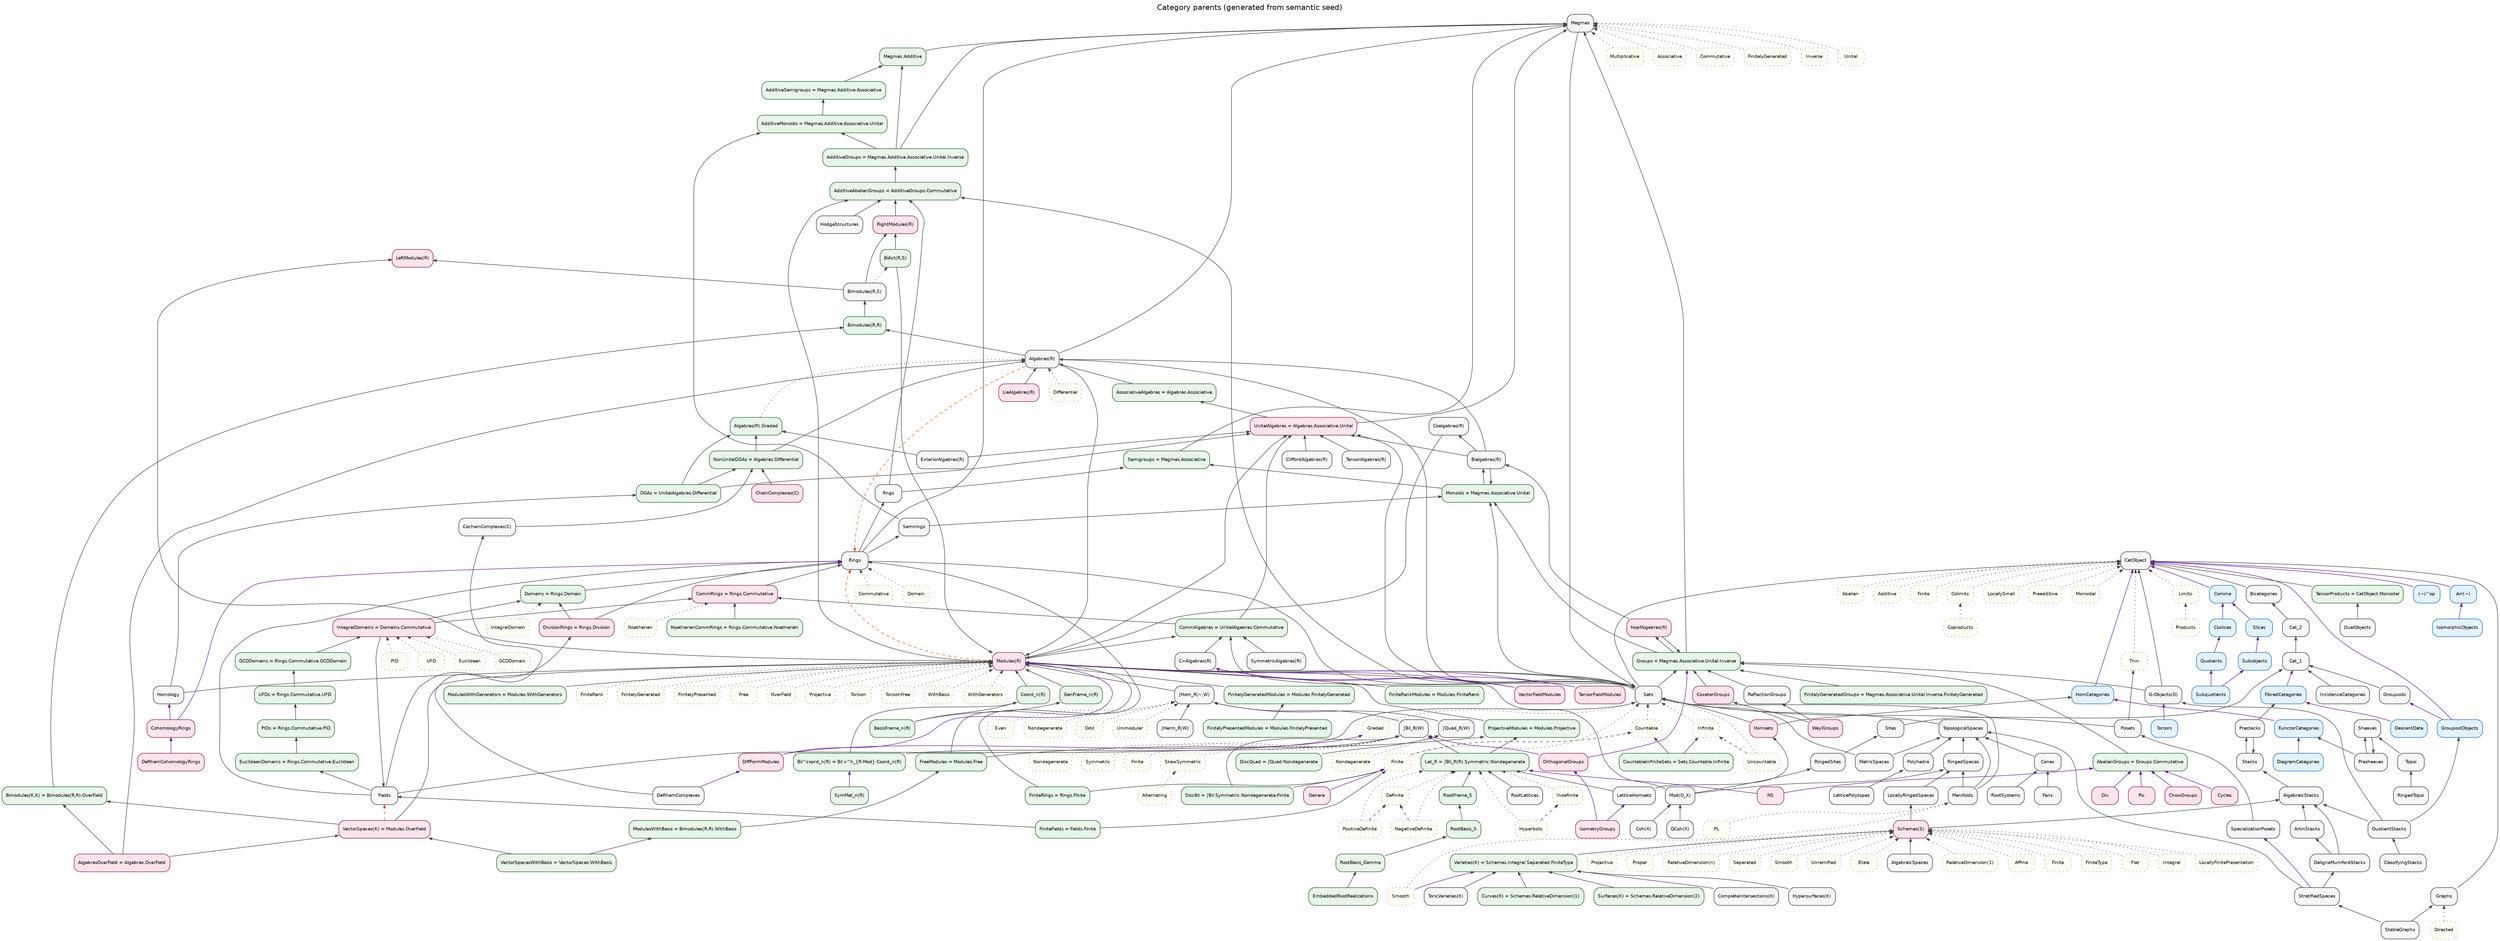
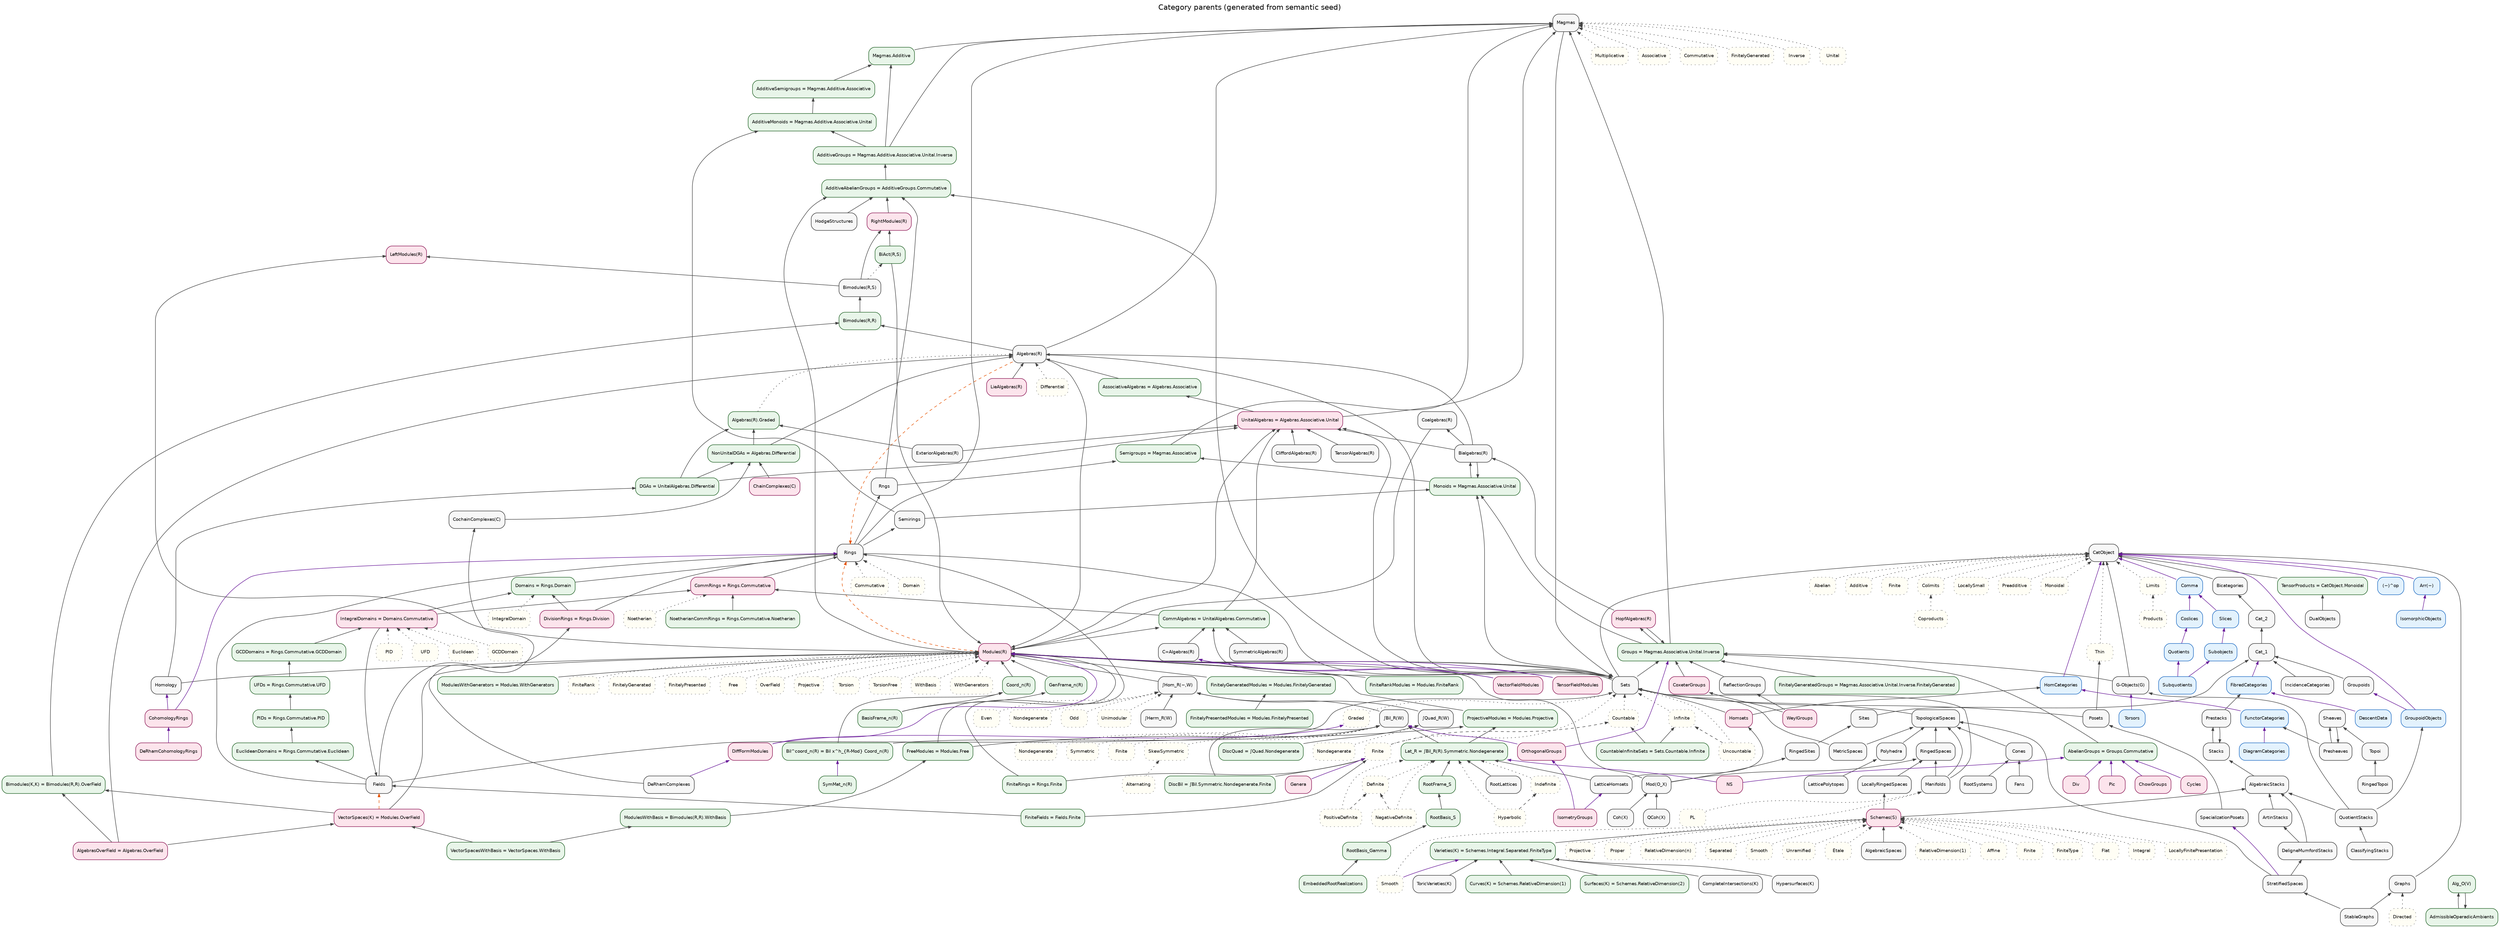
// GENERATED from semantic_seed/ — semantic presentation view.
// Authoritative: design/normalized_category_graph/semantic_seed/
// Factory/viz layout: category_parent_graph.dot (hand; see .hand.dot)

digraph CategoryParents {
  graph [
    rankdir=BT
    labelloc=t
    label="Category parents (generated from semantic seed)"
    fontsize=15
    fontname="Helvetica"
    nodesep=0.28
    ranksep=0.45
    splines=true
  ];
  node [
    shape=box
    style="rounded,filled"
    fontname="Helvetica"
    fontsize=9
    fillcolor="#f7f7f7"
    color="#333333"
  ];
  edge [color="#444444", arrowsize=0.65];

  // --- category_family ---
  AlgebraicSpaces [style="rounded,filled", fillcolor="#f7f7f7", color="#333333", id="cat.algebraicspaces", kind="category_family"];
  AlgebraicStacks [style="rounded,filled", fillcolor="#f7f7f7", color="#333333", id="cat.algebraicstacks", kind="category_family"];
  "Algebras(R)" [style="rounded,filled", fillcolor="#f7f7f7", color="#333333", id="cat.algebras_r", kind="category_family"];
  ArtinStacks [style="rounded,filled", fillcolor="#f7f7f7", color="#333333", id="cat.artinstacks", kind="category_family"];
  "Bialgebras(R)" [style="rounded,filled", fillcolor="#f7f7f7", color="#333333", id="cat.bialgebras_r", kind="category_family"];
  Bicategories [style="rounded,filled", fillcolor="#f7f7f7", color="#333333", id="cat.bicategories", kind="category_family"];
  "Bimodules(R,S)" [style="rounded,filled", fillcolor="#f7f7f7", color="#333333", id="cat.bimodules_r_s", kind="category_family"];
  CatObject [style="rounded,filled", fillcolor="#f7f7f7", color="#333333", id="cat.cat_object", kind="category_family"];
  Cat_1 [style="rounded,filled", fillcolor="#f7f7f7", color="#333333", id="cat.cat_1", kind="category_family"];
  Cat_2 [style="rounded,filled", fillcolor="#f7f7f7", color="#333333", id="cat.cat_2", kind="category_family"];
  "ChainComplexes(C)" [style="rounded,filled", fillcolor="#f7f7f7", color="#333333", id="cat.chaincomplexes", kind="category_family"];
  ClassifyingStacks [style="rounded,filled", fillcolor="#f7f7f7", color="#333333", id="cat.classifyingstacks", kind="category_family"];
  "CliffordAlgebras(R)" [style="rounded,filled", fillcolor="#f7f7f7", color="#333333", id="cat.cliffordalgebras", kind="category_family"];
  "Coalgebras(R)" [style="rounded,filled", fillcolor="#f7f7f7", color="#333333", id="cat.coalgebras_r", kind="category_family"];
  "CochainComplexes(C)" [style="rounded,filled", fillcolor="#f7f7f7", color="#333333", id="cat.cochaincomplexes", kind="category_family"];
  "Coh(X)" [style="rounded,filled", fillcolor="#f7f7f7", color="#333333", id="cat.coh", kind="category_family"];
  "CompleteIntersections(K)" [style="rounded,filled", fillcolor="#f7f7f7", color="#333333", id="cat.completeintersections", kind="category_family"];
  Cones [style="rounded,filled", fillcolor="#f7f7f7", color="#333333", id="cat.cones", kind="category_family"];
  CoxeterGroups [style="rounded,filled", fillcolor="#f7f7f7", color="#333333", id="cat.coxeter_groups", kind="category_family"];
  "C∞Algebras(R)" [style="rounded,filled", fillcolor="#f7f7f7", color="#333333", id="cat.cinftyalgebras", kind="category_family"];
  DeRhamComplexes [style="rounded,filled", fillcolor="#f7f7f7", color="#333333", id="cat.derhamcomplexes", kind="category_family"];
  DeligneMumfordStacks [style="rounded,filled", fillcolor="#f7f7f7", color="#333333", id="cat.delignemumfordstacks", kind="category_family"];
  DualObjects [style="rounded,filled", fillcolor="#f7f7f7", color="#333333", id="cat.dualobjects", kind="category_family"];
  "ExteriorAlgebras(R)" [style="rounded,filled", fillcolor="#f7f7f7", color="#333333", id="cat.exterioralgebras", kind="category_family"];
  Fans [style="rounded,filled", fillcolor="#f7f7f7", color="#333333", id="cat.fans", kind="category_family"];
  Fields [style="rounded,filled", fillcolor="#f7f7f7", color="#333333", id="cat.fields", kind="category_family"];
  "G-Objects(G)" [style="rounded,filled", fillcolor="#f7f7f7", color="#333333", id="cat.g_objects", kind="category_family"];
  Graphs [style="rounded,filled", fillcolor="#f7f7f7", color="#333333", id="cat.graphs", kind="category_family"];
  Groupoids [style="rounded,filled", fillcolor="#f7f7f7", color="#333333", id="cat.groupoids", kind="category_family"];
  HodgeStructures [style="rounded,filled", fillcolor="#f7f7f7", color="#333333", id="cat.hodgestructures", kind="category_family"];
  Homology [style="rounded,filled", fillcolor="#f7f7f7", color="#333333", id="cat.homology", kind="category_family"];
  Homsets [style="rounded,filled", fillcolor="#f7f7f7", color="#333333", id="cat.homsets", kind="category_family"];
  "HopfAlgebras(R)" [style="rounded,filled", fillcolor="#f7f7f7", color="#333333", id="cat.hopf_algebras_r", kind="category_family"];
  "Hypersurfaces(K)" [style="rounded,filled", fillcolor="#f7f7f7", color="#333333", id="cat.hypersurfaces", kind="category_family"];
  IncidenceCategories [style="rounded,filled", fillcolor="#f7f7f7", color="#333333", id="cat.incidencecategories", kind="category_family"];
  LatticeHomsets [style="rounded,filled", fillcolor="#f7f7f7", color="#333333", id="cat.latticehomsets", kind="category_family"];
  LatticePolytopes [style="rounded,filled", fillcolor="#f7f7f7", color="#333333", id="cat.latticepolytopes", kind="category_family"];
  "LieAlgebras(R)" [style="rounded,filled", fillcolor="#f7f7f7", color="#333333", id="cat.lie_algebras_r", kind="category_family"];
  LocallyRingedSpaces [style="rounded,filled", fillcolor="#f7f7f7", color="#333333", id="cat.locallyringedspaces", kind="category_family"];
  Magmas [style="rounded,filled", fillcolor="#f7f7f7", color="#333333", id="cat.magmas", kind="category_family"];
  Manifolds [style="rounded,filled", fillcolor="#f7f7f7", color="#333333", id="cat.manifolds", kind="category_family"];
  MetricSpaces [style="rounded,filled", fillcolor="#f7f7f7", color="#333333", id="cat.metricspaces", kind="category_family"];
  "Mod(O_X)" [style="rounded,filled", fillcolor="#f7f7f7", color="#333333", id="cat.mod", kind="category_family"];
  "Modules(R)" [style="rounded,filled", fillcolor="#f7f7f7", color="#333333", id="cat.modules_r", kind="category_family"];
  Polyhedra [style="rounded,filled", fillcolor="#f7f7f7", color="#333333", id="cat.polyhedra", kind="category_family"];
  Posets [style="rounded,filled", fillcolor="#f7f7f7", color="#333333", id="cat.posets", kind="category_family"];
  Presheaves [style="rounded,filled", fillcolor="#f7f7f7", color="#333333", id="cat.presheaves", kind="category_family"];
  Prestacks [style="rounded,filled", fillcolor="#f7f7f7", color="#333333", id="cat.prestacks", kind="category_family"];
  "QCoh(X)" [style="rounded,filled", fillcolor="#f7f7f7", color="#333333", id="cat.qcoh", kind="category_family"];
  QuotientStacks [style="rounded,filled", fillcolor="#f7f7f7", color="#333333", id="cat.quotientstacks", kind="category_family"];
  ReflectionGroups [style="rounded,filled", fillcolor="#f7f7f7", color="#333333", id="cat.reflectiongroups", kind="category_family"];
  RingedSites [style="rounded,filled", fillcolor="#f7f7f7", color="#333333", id="cat.ringedsites", kind="category_family"];
  RingedSpaces [style="rounded,filled", fillcolor="#f7f7f7", color="#333333", id="cat.ringedspaces", kind="category_family"];
  RingedTopoi [style="rounded,filled", fillcolor="#f7f7f7", color="#333333", id="cat.ringedtopoi", kind="category_family"];
  Rings [style="rounded,filled", fillcolor="#f7f7f7", color="#333333", id="cat.rings", kind="category_family"];
  Rngs [style="rounded,filled", fillcolor="#f7f7f7", color="#333333", id="cat.rngs", kind="category_family"];
  RootLattices [style="rounded,filled", fillcolor="#f7f7f7", color="#333333", id="cat.rootlattices", kind="category_family"];
  RootSystems [style="rounded,filled", fillcolor="#f7f7f7", color="#333333", id="cat.rootsystems", kind="category_family"];
  "Schemes(S)" [style="rounded,filled", fillcolor="#f7f7f7", color="#333333", id="cat.schemes_s", kind="category_family"];
  Semirings [style="rounded,filled", fillcolor="#f7f7f7", color="#333333", id="cat.semirings", kind="category_family"];
  Sets [style="rounded,filled", fillcolor="#f7f7f7", color="#333333", id="cat.sets", kind="category_family"];
  Sheaves [style="rounded,filled", fillcolor="#f7f7f7", color="#333333", id="cat.sheaves", kind="category_family"];
  Sites [style="rounded,filled", fillcolor="#f7f7f7", color="#333333", id="cat.sites", kind="category_family"];
  SpecializationPosets [style="rounded,filled", fillcolor="#f7f7f7", color="#333333", id="cat.specializationposets", kind="category_family"];
  StableGraphs [style="rounded,filled", fillcolor="#f7f7f7", color="#333333", id="cat.stablegraphs", kind="category_family"];
  Stacks [style="rounded,filled", fillcolor="#f7f7f7", color="#333333", id="cat.stacks", kind="category_family"];
  StratifiedSpaces [style="rounded,filled", fillcolor="#f7f7f7", color="#333333", id="cat.stratifiedspaces", kind="category_family"];
  "SymmetricAlgebras(R)" [style="rounded,filled", fillcolor="#f7f7f7", color="#333333", id="cat.symmetricalgebras", kind="category_family"];
  "TensorAlgebras(R)" [style="rounded,filled", fillcolor="#f7f7f7", color="#333333", id="cat.tensoralgebras", kind="category_family"];
  Topoi [style="rounded,filled", fillcolor="#f7f7f7", color="#333333", id="cat.topoi", kind="category_family"];
  TopologicalSpaces [style="rounded,filled", fillcolor="#f7f7f7", color="#333333", id="cat.topologicalspaces", kind="category_family"];
  "ToricVarieties(K)" [style="rounded,filled", fillcolor="#f7f7f7", color="#333333", id="cat.toricvarieties", kind="category_family"];
  WeylGroups [style="rounded,filled", fillcolor="#f7f7f7", color="#333333", id="cat.weyl_groups", kind="category_family"];
  "∫Bil_R(W)" [style="rounded,filled", fillcolor="#f7f7f7", color="#333333", id="cat.int_bil_r", kind="category_family"];
  "∫Herm_R(W)" [style="rounded,filled", fillcolor="#f7f7f7", color="#333333", id="cat.int_herm_r", kind="category_family"];
  "∫Hom_R(−,W)" [style="rounded,filled", fillcolor="#f7f7f7", color="#333333", id="cat.int_hom_r", kind="category_family"];
  "∫Quad_R(W)" [style="rounded,filled", fillcolor="#f7f7f7", color="#333333", id="cat.int_quad_r", kind="category_family"];

  // --- derived_category ---
  "AbelianGroups = Groups.Commutative" [style="rounded,filled", fillcolor="#e8f5e9", color="#1b5e20", id="cat.abelian_groups", kind="derived_category"];
  "AdditiveAbelianGroups = AdditiveGroups.Commutative" [style="rounded,filled", fillcolor="#e8f5e9", color="#1b5e20", id="cat.additive_abelian_groups", kind="derived_category"];
  "AdditiveGroups = Magmas.Additive.Associative.Unital.Inverse" [style="rounded,filled", fillcolor="#e8f5e9", color="#1b5e20", id="cat.additive_groups", kind="derived_category"];
  "AdditiveMonoids = Magmas.Additive.Associative.Unital" [style="rounded,filled", fillcolor="#e8f5e9", color="#1b5e20", id="cat.additive_monoids", kind="derived_category"];
  "AdditiveSemigroups = Magmas.Additive.Associative" [style="rounded,filled", fillcolor="#e8f5e9", color="#1b5e20", id="cat.additive_semigroups", kind="derived_category"];
+   AdmissibleOperadicAmbients [style="rounded,filled", fillcolor="#e8f5e9", color="#1b5e20", id="cat.admissible_operadic_ambient", kind="derived_category"];
+   "Alg_O(V)" [style="rounded,filled", fillcolor="#e8f5e9", color="#1b5e20", id="cat.alg_o_v", kind="derived_category"];
  "Algebras(R).Graded" [style="rounded,filled", fillcolor="#e8f5e9", color="#1b5e20", id="cat.algebras_r.graded", kind="derived_category"];
  "AlgebrasOverField = Algebras.OverField" [style="rounded,filled", fillcolor="#e8f5e9", color="#1b5e20", id="cat.algebras_over_field", kind="derived_category"];
  "AssociativeAlgebras = Algebras.Associative" [style="rounded,filled", fillcolor="#e8f5e9", color="#1b5e20", id="cat.associativealgebras", kind="derived_category"];
  "BasisFrame_n(R)" [style="rounded,filled", fillcolor="#e8f5e9", color="#1b5e20", id="cat.basisframe_n_r", kind="derived_category"];
  "BiAct(R,S)" [style="rounded,filled", fillcolor="#e8f5e9", color="#1b5e20", id="cat.biact_r_s", kind="derived_category"];
  "Bil^coord_n(R) = Bil x^h_{R-Mod} Coord_n(R)" [style="rounded,filled", fillcolor="#e8f5e9", color="#1b5e20", id="cat.bil_coord_n_r", kind="derived_category"];
  "Bimodules(K,K) = Bimodules(R,R).OverField" [style="rounded,filled", fillcolor="#e8f5e9", color="#1b5e20", id="cat.bimodules_k_k", kind="derived_category"];
  "Bimodules(R,R)" [style="rounded,filled", fillcolor="#e8f5e9", color="#1b5e20", id="cat.bimodules_r_r", kind="derived_category"];
  "CommAlgebras = UnitalAlgebras.Commutative" [style="rounded,filled", fillcolor="#e8f5e9", color="#1b5e20", id="cat.commutative_algebras", kind="derived_category"];
  "CommRings = Rings.Commutative" [style="rounded,filled", fillcolor="#e8f5e9", color="#1b5e20", id="cat.commutative_rings", kind="derived_category"];
  "Coord_n(R)" [style="rounded,filled", fillcolor="#e8f5e9", color="#1b5e20", id="cat.coord_n_r", kind="derived_category"];
  "CountableInfiniteSets = Sets.Countable.Infinite" [style="rounded,filled", fillcolor="#e8f5e9", color="#1b5e20", id="cat.countableinfinitesets", kind="derived_category"];
  "Curves(K) = Schemes.RelativeDimension(1)" [style="rounded,filled", fillcolor="#e8f5e9", color="#1b5e20", id="cat.curves", kind="derived_category"];
  "DGAs = UnitalAlgebras.Differential" [style="rounded,filled", fillcolor="#e8f5e9", color="#1b5e20", id="cat.dgas", kind="derived_category"];
  "DiscBil = ∫Bil.Symmetric.Nondegenerate.Finite" [style="rounded,filled", fillcolor="#e8f5e9", color="#1b5e20", id="cat.discbil", kind="derived_category"];
  "DiscQuad = ∫Quad.Nondegenerate" [style="rounded,filled", fillcolor="#e8f5e9", color="#1b5e20", id="cat.discquad", kind="derived_category"];
  "DivisionRings = Rings.Division" [style="rounded,filled", fillcolor="#e8f5e9", color="#1b5e20", id="cat.division_rings", kind="derived_category"];
  "Domains = Rings.Domain" [style="rounded,filled", fillcolor="#e8f5e9", color="#1b5e20", id="cat.domains", kind="derived_category"];
  EmbeddedRootRealizations [style="rounded,filled", fillcolor="#e8f5e9", color="#1b5e20", id="cat.embeddedrootrealization", kind="derived_category"];
  "EuclideanDomains = Rings.Commutative.Euclidean" [style="rounded,filled", fillcolor="#e8f5e9", color="#1b5e20", id="cat.euclidean_domains", kind="derived_category"];
  "FiniteFields = Fields.Finite" [style="rounded,filled", fillcolor="#e8f5e9", color="#1b5e20", id="cat.finite_fields", kind="derived_category"];
  "FiniteRankModules = Modules.FiniteRank" [style="rounded,filled", fillcolor="#e8f5e9", color="#1b5e20", id="cat.finiterankmodules", kind="derived_category"];
  "FiniteRings = Rings.Finite" [style="rounded,filled", fillcolor="#e8f5e9", color="#1b5e20", id="cat.finite_rings", kind="derived_category"];
  "FinitelyGeneratedGroups = Magmas.Associative.Unital.Inverse.FinitelyGenerated" [style="rounded,filled", fillcolor="#e8f5e9", color="#1b5e20", id="cat.finitelygeneratedgroups", kind="derived_category"];
  "FinitelyGeneratedModules = Modules.FinitelyGenerated" [style="rounded,filled", fillcolor="#e8f5e9", color="#1b5e20", id="cat.finitelygeneratedmodules", kind="derived_category"];
  "FinitelyPresentedModules = Modules.FinitelyPresented" [style="rounded,filled", fillcolor="#e8f5e9", color="#1b5e20", id="cat.finitelypresentedmodules", kind="derived_category"];
  "FreeModules = Modules.Free" [style="rounded,filled", fillcolor="#e8f5e9", color="#1b5e20", id="cat.freemodules", kind="derived_category"];
  "GCDDomains = Rings.Commutative.GCDDomain" [style="rounded,filled", fillcolor="#e8f5e9", color="#1b5e20", id="cat.gcd_domains", kind="derived_category"];
  "GenFrame_n(R)" [style="rounded,filled", fillcolor="#e8f5e9", color="#1b5e20", id="cat.genframe_n_r", kind="derived_category"];
  "Groups = Magmas.Associative.Unital.Inverse" [style="rounded,filled", fillcolor="#e8f5e9", color="#1b5e20", id="cat.groups", kind="derived_category"];
  "IntegralDomains = Domains.Commutative" [style="rounded,filled", fillcolor="#e8f5e9", color="#1b5e20", id="cat.integral_domains", kind="derived_category"];
  "Lat_R = ∫Bil_R(R).Symmetric.Nondegenerate" [style="rounded,filled", fillcolor="#e8f5e9", color="#1b5e20", id="cat.lat_r", kind="derived_category"];
  "Magmas.Additive" [style="rounded,filled", fillcolor="#e8f5e9", color="#1b5e20", id="cat.additive_magmas", kind="derived_category"];
  "ModulesWithBasis = Bimodules(R,R).WithBasis" [style="rounded,filled", fillcolor="#e8f5e9", color="#1b5e20", id="cat.modules_with_basis", kind="derived_category"];
  "ModulesWithGenerators = Modules.WithGenerators" [style="rounded,filled", fillcolor="#e8f5e9", color="#1b5e20", id="cat.moduleswithgenerators", kind="derived_category"];
  "Monoids = Magmas.Associative.Unital" [style="rounded,filled", fillcolor="#e8f5e9", color="#1b5e20", id="cat.monoids", kind="derived_category"];
  "NoetherianCommRings = Rings.Commutative.Noetherian" [style="rounded,filled", fillcolor="#e8f5e9", color="#1b5e20", id="cat.noetheriancommrings", kind="derived_category"];
  "NonUnitalDGAs = Algebras.Differential" [style="rounded,filled", fillcolor="#e8f5e9", color="#1b5e20", id="cat.nonunitaldgas", kind="derived_category"];
  "PIDs = Rings.Commutative.PID" [style="rounded,filled", fillcolor="#e8f5e9", color="#1b5e20", id="cat.pids", kind="derived_category"];
  "ProjectiveModules = Modules.Projective" [style="rounded,filled", fillcolor="#e8f5e9", color="#1b5e20", id="cat.projectivemodules", kind="derived_category"];
  "RightModules(R)" [style="rounded,filled", fillcolor="#e8f5e9", color="#1b5e20", id="cat.right_modules_r", kind="derived_category"];
  RootBasis_Gamma [style="rounded,filled", fillcolor="#e8f5e9", color="#1b5e20", id="cat.rootbasis_gamma", kind="derived_category"];
  RootBasis_S [style="rounded,filled", fillcolor="#e8f5e9", color="#1b5e20", id="cat.rootbasis_s", kind="derived_category"];
  RootFrame_S [style="rounded,filled", fillcolor="#e8f5e9", color="#1b5e20", id="cat.rootframe_s", kind="derived_category"];
  "Semigroups = Magmas.Associative" [style="rounded,filled", fillcolor="#e8f5e9", color="#1b5e20", id="cat.semigroups", kind="derived_category"];
  "Surfaces(K) = Schemes.RelativeDimension(2)" [style="rounded,filled", fillcolor="#e8f5e9", color="#1b5e20", id="cat.surfaces", kind="derived_category"];
  "SymMat_n(R)" [style="rounded,filled", fillcolor="#e8f5e9", color="#1b5e20", id="cat.symmat_n_r", kind="derived_category"];
  "TensorProducts = CatObject.Monoidal" [style="rounded,filled", fillcolor="#e8f5e9", color="#1b5e20", id="cat.tensorproducts", kind="derived_category"];
  "UFDs = Rings.Commutative.UFD" [style="rounded,filled", fillcolor="#e8f5e9", color="#1b5e20", id="cat.ufds", kind="derived_category"];
  "UnitalAlgebras = Algebras.Associative.Unital" [style="rounded,filled", fillcolor="#e8f5e9", color="#1b5e20", id="cat.unital_algebras", kind="derived_category"];
  "Varieties(K) = Schemes.Integral.Separated.FiniteType" [style="rounded,filled", fillcolor="#e8f5e9", color="#1b5e20", id="cat.varieties", kind="derived_category"];
  "VectorSpaces(K) = Modules.OverField" [style="rounded,filled", fillcolor="#e8f5e9", color="#1b5e20", id="cat.vector_spaces_k", kind="derived_category"];
  "VectorSpacesWithBasis = VectorSpaces.WithBasis" [style="rounded,filled", fillcolor="#e8f5e9", color="#1b5e20", id="cat.vectorspaceswithbasis", kind="derived_category"];

  // --- category_constructor ---
  "(−)^op" [style="rounded,filled", fillcolor="#e3f2fd", color="#1565c0", id="ctor.op", kind="category_constructor"];
  "Arr(−)" [style="rounded,filled", fillcolor="#e3f2fd", color="#1565c0", id="ctor.arr", kind="category_constructor"];
  Comma [style="rounded,filled", fillcolor="#e3f2fd", color="#1565c0", id="ctor.comma", kind="category_constructor"];
  Coslices [style="rounded,filled", fillcolor="#e3f2fd", color="#1565c0", id="ctor.coslices", kind="category_constructor"];
  DescentData [style="rounded,filled", fillcolor="#e3f2fd", color="#1565c0", id="ctor.descentdata", kind="category_constructor"];
  DiagramCategories [style="rounded,filled", fillcolor="#e3f2fd", color="#1565c0", id="ctor.diagramcategories", kind="category_constructor"];
  FibredCategories [style="rounded,filled", fillcolor="#e3f2fd", color="#1565c0", id="ctor.fibredcategories", kind="category_constructor"];
  FunctorCategories [style="rounded,filled", fillcolor="#e3f2fd", color="#1565c0", id="ctor.functorcategories", kind="category_constructor"];
  GroupoidObjects [style="rounded,filled", fillcolor="#e3f2fd", color="#1565c0", id="ctor.groupoidobjects", kind="category_constructor"];
  HomCategories [style="rounded,filled", fillcolor="#e3f2fd", color="#1565c0", id="ctor.homcategories", kind="category_constructor"];
  IsomorphicObjects [style="rounded,filled", fillcolor="#e3f2fd", color="#1565c0", id="ctor.isomorphicobjects", kind="category_constructor"];
  Quotients [style="rounded,filled", fillcolor="#e3f2fd", color="#1565c0", id="ctor.quotients", kind="category_constructor"];
  Slices [style="rounded,filled", fillcolor="#e3f2fd", color="#1565c0", id="ctor.slices", kind="category_constructor"];
  Subobjects [style="rounded,filled", fillcolor="#e3f2fd", color="#1565c0", id="ctor.subobjects", kind="category_constructor"];
  Subquotients [style="rounded,filled", fillcolor="#e3f2fd", color="#1565c0", id="ctor.subquotients", kind="category_constructor"];
  Torsors [style="rounded,filled", fillcolor="#e3f2fd", color="#1565c0", id="ctor.torsors", kind="category_constructor"];

  // --- classifier_domain ---
  "CatObject.Abelian" [style="rounded,filled,dotted", fillcolor="#fffef5", color="#888888", id="clf.catobject_abelian", kind="classifier_domain", label="Abelian"];
  "CatObject.Additive" [style="rounded,filled,dotted", fillcolor="#fffef5", color="#888888", id="clf.catobject_additive", kind="classifier_domain", label="Additive"];
  "CatObject.Colimits" [style="rounded,filled,dotted", fillcolor="#fffef5", color="#888888", id="clf.catobject_colimits", kind="classifier_domain", label="Colimits"];
  "CatObject.Coproducts" [style="rounded,filled,dotted", fillcolor="#fffef5", color="#888888", id="clf.catobject_coproducts", kind="classifier_domain", label="Coproducts"];
  "CatObject.Finite" [style="rounded,filled,dotted", fillcolor="#fffef5", color="#888888", id="clf.catobject_finite", kind="classifier_domain", label="Finite"];
  "CatObject.Limits" [style="rounded,filled,dotted", fillcolor="#fffef5", color="#888888", id="clf.catobject_limits", kind="classifier_domain", label="Limits"];
  "CatObject.LocallySmall" [style="rounded,filled,dotted", fillcolor="#fffef5", color="#888888", id="clf.catobject_locallysmall", kind="classifier_domain", label="LocallySmall"];
  "CatObject.Preadditive" [style="rounded,filled,dotted", fillcolor="#fffef5", color="#888888", id="clf.catobject_preadditive", kind="classifier_domain", label="Preadditive"];
  "CatObject.Products" [style="rounded,filled,dotted", fillcolor="#fffef5", color="#888888", id="clf.catobject_products", kind="classifier_domain", label="Products"];
  "CatObject.Thin" [style="rounded,filled,dotted", fillcolor="#fffef5", color="#888888", id="clf.catobject_thin", kind="classifier_domain", label="Thin"];
  "Graphs.Directed" [style="rounded,filled,dotted", fillcolor="#fffef5", color="#888888", id="clf.graphs_directed", kind="classifier_domain", label="Directed"];
  "Lat.Definite" [style="rounded,filled,dotted", fillcolor="#fffef5", color="#888888", id="clf.lat_definite", kind="classifier_domain", label="Definite"];
  "Lat.Hyperbolic" [style="rounded,filled,dotted", fillcolor="#fffef5", color="#888888", id="clf.lat_hyperbolic", kind="classifier_domain", label="Hyperbolic"];
  "Lat.Indefinite" [style="rounded,filled,dotted", fillcolor="#fffef5", color="#888888", id="clf.lat_indefinite", kind="classifier_domain", label="Indefinite"];
  "Lat.NegativeDefinite" [style="rounded,filled,dotted", fillcolor="#fffef5", color="#888888", id="clf.lat_negativedefinite", kind="classifier_domain", label="NegativeDefinite"];
  "Lat.PositiveDefinite" [style="rounded,filled,dotted", fillcolor="#fffef5", color="#888888", id="clf.lat_positivedefinite", kind="classifier_domain", label="PositiveDefinite"];
  "Magmas.Multiplicative" [style="rounded,filled,dotted", fillcolor="#fffef5", color="#888888", id="clf.magmas_multiplicative", kind="classifier_domain", label="Multiplicative"];
  "Manifolds.PL" [style="rounded,filled,dotted", fillcolor="#fffef5", color="#888888", id="clf.manifolds_pl", kind="classifier_domain", label="PL"];
  "Manifolds.Smooth" [style="rounded,filled,dotted", fillcolor="#fffef5", color="#888888", id="clf.manifolds_smooth", kind="classifier_domain", label="Smooth"];
  "Modules.FiniteRank" [style="rounded,filled,dotted", fillcolor="#fffef5", color="#888888", id="clf.modules_finiterank", kind="classifier_domain", label="FiniteRank"];
  "Modules.FinitelyGenerated" [style="rounded,filled,dotted", fillcolor="#fffef5", color="#888888", id="clf.modules_finitelygenerated", kind="classifier_domain", label="FinitelyGenerated"];
  "Modules.FinitelyPresented" [style="rounded,filled,dotted", fillcolor="#fffef5", color="#888888", id="clf.modules_finitelypresented", kind="classifier_domain", label="FinitelyPresented"];
  "Modules.Free" [style="rounded,filled,dotted", fillcolor="#fffef5", color="#888888", id="clf.modules_free", kind="classifier_domain", label="Free"];
  "Modules.OverField" [style="rounded,filled,dotted", fillcolor="#fffef5", color="#888888", id="clf.modules.over_field.domain", kind="classifier_domain", label="OverField"];
  "Modules.Projective" [style="rounded,filled,dotted", fillcolor="#fffef5", color="#888888", id="clf.modules_projective", kind="classifier_domain", label="Projective"];
  "Modules.Torsion" [style="rounded,filled,dotted", fillcolor="#fffef5", color="#888888", id="clf.modules_torsion", kind="classifier_domain", label="Torsion"];
  "Modules.TorsionFree" [style="rounded,filled,dotted", fillcolor="#fffef5", color="#888888", id="clf.modules_torsionfree", kind="classifier_domain", label="TorsionFree"];
  "Modules.WithBasis" [style="rounded,filled,dotted", fillcolor="#fffef5", color="#888888", id="clf.modules.with_basis.domain", kind="classifier_domain", label="WithBasis"];
  "Modules.WithGenerators" [style="rounded,filled,dotted", fillcolor="#fffef5", color="#888888", id="clf.modules_withgenerators", kind="classifier_domain", label="WithGenerators"];
  "Rings.Commutative" [style="rounded,filled,dotted", fillcolor="#fffef5", color="#888888", id="clf.rings.commutative.domain", kind="classifier_domain", label="Commutative"];
  "Schemes(S).RelativeDimension(1)" [style="rounded,filled,dotted", fillcolor="#fffef5", color="#888888", id="clf.schemes_s.relativedimension.domain", kind="classifier_domain", label="RelativeDimension(1)"];
  "Schemes.Affine" [style="rounded,filled,dotted", fillcolor="#fffef5", color="#888888", id="clf.schemes_affine", kind="classifier_domain", label="Affine"];
  "Schemes.Finite" [style="rounded,filled,dotted", fillcolor="#fffef5", color="#888888", id="clf.schemes_finite", kind="classifier_domain", label="Finite"];
  "Schemes.FiniteType" [style="rounded,filled,dotted", fillcolor="#fffef5", color="#888888", id="clf.schemes_finitetype", kind="classifier_domain", label="FiniteType"];
  "Schemes.Flat" [style="rounded,filled,dotted", fillcolor="#fffef5", color="#888888", id="clf.schemes_flat", kind="classifier_domain", label="Flat"];
  "Schemes.Integral" [style="rounded,filled,dotted", fillcolor="#fffef5", color="#888888", id="clf.schemes_integral", kind="classifier_domain", label="Integral"];
  "Schemes.LocallyFinitePresentation" [style="rounded,filled,dotted", fillcolor="#fffef5", color="#888888", id="clf.schemes_locallyfinitepresentation", kind="classifier_domain", label="LocallyFinitePresentation"];
  "Schemes.Projective" [style="rounded,filled,dotted", fillcolor="#fffef5", color="#888888", id="clf.schemes_projective", kind="classifier_domain", label="Projective"];
  "Schemes.Proper" [style="rounded,filled,dotted", fillcolor="#fffef5", color="#888888", id="clf.schemes_proper", kind="classifier_domain", label="Proper"];
  "Schemes.RelativeDimension(n)" [style="rounded,filled,dotted", fillcolor="#fffef5", color="#888888", id="clf.schemes_relativedimension", kind="classifier_domain", label="RelativeDimension(n)"];
  "Schemes.Separated" [style="rounded,filled,dotted", fillcolor="#fffef5", color="#888888", id="clf.schemes_separated", kind="classifier_domain", label="Separated"];
  "Schemes.Smooth" [style="rounded,filled,dotted", fillcolor="#fffef5", color="#888888", id="clf.schemes_smooth", kind="classifier_domain", label="Smooth"];
  "Schemes.Unramified" [style="rounded,filled,dotted", fillcolor="#fffef5", color="#888888", id="clf.schemes_unramified", kind="classifier_domain", label="Unramified"];
  "Schemes.Étale" [style="rounded,filled,dotted", fillcolor="#fffef5", color="#888888", id="clf.schemes_etale", kind="classifier_domain", label="Étale"];
  "Sets.Countable" [style="rounded,filled,dotted", fillcolor="#fffef5", color="#888888", id="clf.sets_countable", kind="classifier_domain", label="Countable"];
  "Sets.Finite" [style="rounded,filled,dotted", fillcolor="#fffef5", color="#888888", id="clf.sets.finite.domain", kind="classifier_domain", label="Finite"];
  "Sets.Graded" [style="rounded,filled,dotted", fillcolor="#fffef5", color="#888888", id="clf.sets.graded.domain", kind="classifier_domain", label="Graded"];
  "Sets.Infinite" [style="rounded,filled,dotted", fillcolor="#fffef5", color="#888888", id="clf.sets_infinite", kind="classifier_domain", label="Infinite"];
  "Sets.Uncountable" [style="rounded,filled,dotted", fillcolor="#fffef5", color="#888888", id="clf.sets_uncountable", kind="classifier_domain", label="Uncountable"];
  "ax.Associative" [style="rounded,filled,dotted", fillcolor="#fffef5", color="#888888", id="clf.ax_associative", kind="classifier_domain", label="Associative"];
  "ax.Commutative" [style="rounded,filled,dotted", fillcolor="#fffef5", color="#888888", id="clf.ax_commutative", kind="classifier_domain", label="Commutative"];
  "ax.Differential" [style="rounded,filled,dotted", fillcolor="#fffef5", color="#888888", id="clf.ax_differential", kind="classifier_domain", label="Differential"];
  "ax.Domain" [style="rounded,filled,dotted", fillcolor="#fffef5", color="#888888", id="clf.ax_domain", kind="classifier_domain", label="Domain"];
  "ax.Euclidean" [style="rounded,filled,dotted", fillcolor="#fffef5", color="#888888", id="clf.ax_euclidean", kind="classifier_domain", label="Euclidean"];
  "ax.FinitelyGenerated" [style="rounded,filled,dotted", fillcolor="#fffef5", color="#888888", id="clf.ax_finitelygenerated", kind="classifier_domain", label="FinitelyGenerated"];
  "ax.GCDDomain" [style="rounded,filled,dotted", fillcolor="#fffef5", color="#888888", id="clf.ax_gcddomain", kind="classifier_domain", label="GCDDomain"];
  "ax.IntegralDomain" [style="rounded,filled,dotted", fillcolor="#fffef5", color="#888888", id="clf.ax_integraldomain", kind="classifier_domain", label="IntegralDomain"];
  "ax.Inverse" [style="rounded,filled,dotted", fillcolor="#fffef5", color="#888888", id="clf.ax_inverse", kind="classifier_domain", label="Inverse"];
  "ax.Monoidal" [style="rounded,filled,dotted", fillcolor="#fffef5", color="#888888", id="clf.ax_monoidal", kind="classifier_domain", label="Monoidal"];
  "ax.Noetherian" [style="rounded,filled,dotted", fillcolor="#fffef5", color="#888888", id="clf.ax_noetherian", kind="classifier_domain", label="Noetherian"];
  "ax.PID" [style="rounded,filled,dotted", fillcolor="#fffef5", color="#888888", id="clf.ax_pid", kind="classifier_domain", label="PID"];
  "ax.UFD" [style="rounded,filled,dotted", fillcolor="#fffef5", color="#888888", id="clf.ax_ufd", kind="classifier_domain", label="UFD"];
  "ax.Unital" [style="rounded,filled,dotted", fillcolor="#fffef5", color="#888888", id="clf.ax_unital", kind="classifier_domain", label="Unital"];
  "∫Bil.Alternating" [style="rounded,filled,dotted", fillcolor="#fffef5", color="#888888", id="clf.int_bil_alternating", kind="classifier_domain", label="Alternating"];
  "∫Bil.SkewSymmetric" [style="rounded,filled,dotted", fillcolor="#fffef5", color="#888888", id="clf.int_bil_skewsymmetric", kind="classifier_domain", label="SkewSymmetric"];
  "∫Bil.Symmetric" [style="rounded,filled,dotted", fillcolor="#fffef5", color="#888888", id="clf.int_bil_symmetric", kind="classifier_domain", label="Symmetric"];
  "∫Bil_R(W).Finite" [style="rounded,filled,dotted", fillcolor="#fffef5", color="#888888", id="clf.int_bil_r.finite.domain", kind="classifier_domain", label="Finite"];
  "∫Bil_R(W).Nondegenerate" [style="rounded,filled,dotted", fillcolor="#fffef5", color="#888888", id="clf.int_bil_r.nondegenerate.domain", kind="classifier_domain", label="Nondegenerate"];
  "∫Hom.Even" [style="rounded,filled,dotted", fillcolor="#fffef5", color="#888888", id="clf.int_hom_even", kind="classifier_domain", label="Even"];
  "∫Hom.Nondegenerate" [style="rounded,filled,dotted", fillcolor="#fffef5", color="#888888", id="clf.int_hom_nondegenerate", kind="classifier_domain", label="Nondegenerate"];
  "∫Hom.Odd" [style="rounded,filled,dotted", fillcolor="#fffef5", color="#888888", id="clf.int_hom_odd", kind="classifier_domain", label="Odd"];
  "∫Hom.Unimodular" [style="rounded,filled,dotted", fillcolor="#fffef5", color="#888888", id="clf.int_hom_unimodular", kind="classifier_domain", label="Unimodular"];
  "∫Quad_R(W).Nondegenerate" [style="rounded,filled,dotted", fillcolor="#fffef5", color="#888888", id="clf.int_quad_r.nondegenerate.domain", kind="classifier_domain", label="Nondegenerate"];

  // --- alias ---
  "AlgebrasOverField = Algebras.OverField" [style="rounded,filled", fillcolor="#fce4ec", color="#880e4f", id="cat.associativeunitalalgebras_k", kind="alias"];
  "ChainComplexes(C)" [style="rounded,filled", fillcolor="#fce4ec", color="#880e4f", id="cat.chaincomplexes_c", kind="alias"];
  ChowGroups [style="rounded,filled", fillcolor="#fce4ec", color="#880e4f", id="val.chowgroups", kind="alias"];
  CohomologyRings [style="rounded,filled", fillcolor="#fce4ec", color="#880e4f", id="val.cohomologyrings", kind="alias"];
  "CommRings = Rings.Commutative" [style="rounded,filled", fillcolor="#fce4ec", color="#880e4f", id="cat.commutativerings", kind="alias"];
  CoxeterGroups [style="rounded,filled", fillcolor="#fce4ec", color="#880e4f", id="cat.coxetergroups", kind="alias"];
  Cycles [style="rounded,filled", fillcolor="#fce4ec", color="#880e4f", id="val.cycles", kind="alias"];
  DeRhamCohomologyRings [style="rounded,filled", fillcolor="#fce4ec", color="#880e4f", id="val.derhamcohomologyrings", kind="alias"];
  DiffFormModules [style="rounded,filled", fillcolor="#fce4ec", color="#880e4f", id="val.diffformmodules", kind="alias"];
  Div [style="rounded,filled", fillcolor="#fce4ec", color="#880e4f", id="val.div", kind="alias"];
  "DivisionRings = Rings.Division" [style="rounded,filled", fillcolor="#fce4ec", color="#880e4f", id="cat.divisionrings", kind="alias"];
  Genera [style="rounded,filled", fillcolor="#fce4ec", color="#880e4f", id="val.genera", kind="alias"];
  Homsets [style="rounded,filled", fillcolor="#fce4ec", color="#880e4f", id="cat.homsets_c", kind="alias"];
  "HopfAlgebras(R)" [style="rounded,filled", fillcolor="#fce4ec", color="#880e4f", id="cat.hopfalgebras_r", kind="alias"];
  "IntegralDomains = Domains.Commutative" [style="rounded,filled", fillcolor="#fce4ec", color="#880e4f", id="cat.integraldomains", kind="alias"];
  IsometryGroups [style="rounded,filled", fillcolor="#fce4ec", color="#880e4f", id="val.isometrygroups", kind="alias"];
  "LeftModules(R)" [style="rounded,filled", fillcolor="#fce4ec", color="#880e4f", id="cat.left_modules_r", kind="alias"];
  "LieAlgebras(R)" [style="rounded,filled", fillcolor="#fce4ec", color="#880e4f", id="cat.liealgebras_r", kind="alias"];
  "Modules(R)" [style="rounded,filled", fillcolor="#fce4ec", color="#880e4f", id="cat.modules_a", kind="alias"];
  NS [style="rounded,filled", fillcolor="#fce4ec", color="#880e4f", id="val.ns", kind="alias"];
  OrthogonalGroups [style="rounded,filled", fillcolor="#fce4ec", color="#880e4f", id="val.orthogonal_groups", kind="alias"];
  Pic [style="rounded,filled", fillcolor="#fce4ec", color="#880e4f", id="val.pic", kind="alias"];
  "RightModules(R)" [style="rounded,filled", fillcolor="#fce4ec", color="#880e4f", id="cat.modules_rop", kind="alias"];
  "Schemes(S)" [style="rounded,filled", fillcolor="#fce4ec", color="#880e4f", id="cat.schemes_k", kind="alias"];
  TensorFieldModules [style="rounded,filled", fillcolor="#fce4ec", color="#880e4f", id="val.tensorfieldmodules", kind="alias"];
  "UnitalAlgebras = Algebras.Associative.Unital" [style="rounded,filled", fillcolor="#fce4ec", color="#880e4f", id="cat.associativeunitalalgebras_r", kind="alias"];
  VectorFieldModules [style="rounded,filled", fillcolor="#fce4ec", color="#880e4f", id="val.vectorfieldmodules", kind="alias"];
  "VectorSpaces(K) = Modules.OverField" [style="rounded,filled", fillcolor="#fce4ec", color="#880e4f", id="cat.modules_k", kind="alias"];
  WeylGroups [style="rounded,filled", fillcolor="#fce4ec", color="#880e4f", id="cat.weylgroups", kind="alias"];

  // --- preferred arrows ---
  "LeftModules(R)" -> "Modules(R)" [dir=both, kind="equivalence", id="arr.alias.left_modules"];
  "Algebras(R).Graded" -> "Algebras(R)" [style=dotted, kind="classifier_leg", id="arr.clf.algebras_r.graded"];
  "ax.Associative" -> Magmas [style=dotted, kind="classifier_leg", id="arr.clf.ax_associative"];
  "ax.Commutative" -> Magmas [style=dotted, kind="classifier_leg", id="arr.clf.ax_commutative"];
  "ax.Differential" -> "Algebras(R)" [style=dotted, kind="classifier_leg", id="arr.clf.ax_differential"];
  "ax.Domain" -> Rings [style=dotted, kind="classifier_leg", id="arr.clf.ax_domain"];
  "ax.Euclidean" -> "IntegralDomains = Domains.Commutative" [style=dotted, kind="classifier_leg", id="arr.clf.ax_euclidean"];
  "ax.FinitelyGenerated" -> Magmas [style=dotted, kind="classifier_leg", id="arr.clf.ax_finitelygenerated"];
  "ax.GCDDomain" -> "IntegralDomains = Domains.Commutative" [style=dotted, kind="classifier_leg", id="arr.clf.ax_gcddomain"];
  "ax.IntegralDomain" -> "Domains = Rings.Domain" [style=dotted, kind="classifier_leg", id="arr.clf.ax_integraldomain"];
  "ax.Inverse" -> Magmas [style=dotted, kind="classifier_leg", id="arr.clf.ax_inverse"];
  "ax.Monoidal" -> CatObject [style=dotted, kind="classifier_leg", id="arr.clf.ax_monoidal"];
  "ax.Noetherian" -> "CommRings = Rings.Commutative" [style=dotted, kind="classifier_leg", id="arr.clf.ax_noetherian"];
  "ax.PID" -> "IntegralDomains = Domains.Commutative" [style=dotted, kind="classifier_leg", id="arr.clf.ax_pid"];
  "ax.UFD" -> "IntegralDomains = Domains.Commutative" [style=dotted, kind="classifier_leg", id="arr.clf.ax_ufd"];
  "ax.Unital" -> Magmas [style=dotted, kind="classifier_leg", id="arr.clf.ax_unital"];
  "CatObject.Colimits" -> CatObject [style=dotted, kind="classifier_leg", id="arr.clf.catobject_colimits"];
  "CatObject.Coproducts" -> "CatObject.Colimits" [style=dotted, kind="classifier_leg", id="arr.clf.catobject_coproducts"];
  "CatObject.Finite" -> CatObject [style=dotted, kind="classifier_leg", id="arr.clf.catobject_finite"];
  "CatObject.Limits" -> CatObject [style=dotted, kind="classifier_leg", id="arr.clf.catobject_limits"];
  "CatObject.LocallySmall" -> CatObject [style=dotted, kind="classifier_leg", id="arr.clf.catobject_locallysmall"];
  "CatObject.Products" -> "CatObject.Limits" [style=dotted, kind="classifier_leg", id="arr.clf.catobject_products"];
  "CatObject.Thin" -> CatObject [style=dotted, kind="classifier_leg", id="arr.clf.catobject_thin"];
  "Graphs.Directed" -> Graphs [style=dotted, kind="classifier_leg", id="arr.clf.graphs_directed"];
  "∫Bil.Alternating" -> "∫Bil.SkewSymmetric" [style=dotted, kind="classifier_leg", id="arr.clf.int_bil_alternating"];
  "∫Bil_R(W).Finite" -> "∫Bil_R(W)" [style=dotted, kind="classifier_leg", id="arr.clf.int_bil_r_finite"];
  "∫Bil_R(W).Nondegenerate" -> "∫Bil_R(W)" [style=dotted, kind="classifier_leg", id="arr.clf.int_bil_r_nondegenerate"];
  "∫Bil.SkewSymmetric" -> "∫Bil_R(W)" [style=dotted, kind="classifier_leg", id="arr.clf.int_bil_skewsymmetric"];
  "∫Bil.Symmetric" -> "∫Bil_R(W)" [style=dotted, kind="classifier_leg", id="arr.clf.int_bil_symmetric"];
  "∫Hom.Even" -> "∫Hom_R(−,W)" [style=dotted, kind="classifier_leg", id="arr.clf.int_hom_even"];
  "∫Hom.Nondegenerate" -> "∫Hom_R(−,W)" [style=dotted, kind="classifier_leg", id="arr.clf.int_hom_nondegenerate"];
  "∫Hom.Odd" -> "∫Hom_R(−,W)" [style=dotted, kind="classifier_leg", id="arr.clf.int_hom_odd"];
  "∫Hom.Unimodular" -> "∫Hom_R(−,W)" [style=dotted, kind="classifier_leg", id="arr.clf.int_hom_unimodular"];
  "∫Quad_R(W).Nondegenerate" -> "∫Quad_R(W)" [style=dotted, kind="classifier_leg", id="arr.clf.int_quad_r_nondegenerate"];
  "Lat.Definite" -> "Lat_R = ∫Bil_R(R).Symmetric.Nondegenerate" [style=dotted, kind="classifier_leg", id="arr.clf.lat_definite"];
  "Lat.Hyperbolic" -> "Lat_R = ∫Bil_R(R).Symmetric.Nondegenerate" [style=dotted, kind="classifier_leg", id="arr.clf.lat_hyperbolic"];
  "Lat.Indefinite" -> "Lat_R = ∫Bil_R(R).Symmetric.Nondegenerate" [style=dotted, kind="classifier_leg", id="arr.clf.lat_indefinite"];
  "Lat.NegativeDefinite" -> "Lat_R = ∫Bil_R(R).Symmetric.Nondegenerate" [style=dotted, kind="classifier_leg", id="arr.clf.lat_negativedefinite"];
  "Lat.PositiveDefinite" -> "Lat_R = ∫Bil_R(R).Symmetric.Nondegenerate" [style=dotted, kind="classifier_leg", id="arr.clf.lat_positivedefinite"];
  "Magmas.Multiplicative" -> Magmas [style=dotted, kind="classifier_leg", id="arr.clf.magmas_multiplicative"];
  "Manifolds.PL" -> Manifolds [style=dotted, kind="classifier_leg", id="arr.clf.manifolds_pl"];
  "Manifolds.Smooth" -> Manifolds [style=dotted, kind="classifier_leg", id="arr.clf.manifolds_smooth"];
  "Modules.OverField" -> "Modules(R)" [style=dotted, kind="classifier_leg", id="arr.clf.modules.over_field"];
  "Modules.WithBasis" -> "Modules(R)" [style=dotted, kind="classifier_leg", id="arr.clf.modules.with_basis"];
  "Modules.FinitelyGenerated" -> "Modules(R)" [style=dotted, kind="classifier_leg", id="arr.clf.modules_finitelygenerated"];
  "Modules.FinitelyPresented" -> "Modules(R)" [style=dotted, kind="classifier_leg", id="arr.clf.modules_finitelypresented"];
  "Modules.FiniteRank" -> "Modules(R)" [style=dotted, kind="classifier_leg", id="arr.clf.modules_finiterank"];
  "Modules.Free" -> "Modules(R)" [style=dotted, kind="classifier_leg", id="arr.clf.modules_free"];
  "Modules.Projective" -> "Modules(R)" [style=dotted, kind="classifier_leg", id="arr.clf.modules_projective"];
  "Modules.Torsion" -> "Modules(R)" [style=dotted, kind="classifier_leg", id="arr.clf.modules_torsion"];
  "Modules.TorsionFree" -> "Modules(R)" [style=dotted, kind="classifier_leg", id="arr.clf.modules_torsionfree"];
  "Modules.WithGenerators" -> "Modules(R)" [style=dotted, kind="classifier_leg", id="arr.clf.modules_withgenerators"];
  "Rings.Commutative" -> Rings [style=dotted, kind="classifier_leg", id="arr.clf.rings_commutative"];
  "Schemes.Affine" -> "Schemes(S)" [style=dotted, kind="classifier_leg", id="arr.clf.schemes_affine"];
  "Schemes.Étale" -> "Schemes(S)" [style=dotted, kind="classifier_leg", id="arr.clf.schemes_etale"];
  "Schemes.Finite" -> "Schemes(S)" [style=dotted, kind="classifier_leg", id="arr.clf.schemes_finite"];
  "Schemes.FiniteType" -> "Schemes(S)" [style=dotted, kind="classifier_leg", id="arr.clf.schemes_finitetype"];
  "Schemes.Flat" -> "Schemes(S)" [style=dotted, kind="classifier_leg", id="arr.clf.schemes_flat"];
  "Schemes.Integral" -> "Schemes(S)" [style=dotted, kind="classifier_leg", id="arr.clf.schemes_integral"];
  "Schemes.LocallyFinitePresentation" -> "Schemes(S)" [style=dotted, kind="classifier_leg", id="arr.clf.schemes_locallyfinitepresentation"];
  "Schemes.Projective" -> "Schemes(S)" [style=dotted, kind="classifier_leg", id="arr.clf.schemes_projective"];
  "Schemes.Proper" -> "Schemes(S)" [style=dotted, kind="classifier_leg", id="arr.clf.schemes_proper"];
  "Schemes.RelativeDimension(n)" -> "Schemes(S)" [style=dotted, kind="classifier_leg", id="arr.clf.schemes_relativedimension"];
  "Schemes(S).RelativeDimension(1)" -> "Schemes(S)" [style=dotted, kind="classifier_leg", id="arr.clf.schemes_s_relativedimension"];
  "Schemes.Separated" -> "Schemes(S)" [style=dotted, kind="classifier_leg", id="arr.clf.schemes_separated"];
  "Schemes.Smooth" -> "Schemes(S)" [style=dotted, kind="classifier_leg", id="arr.clf.schemes_smooth"];
  "Schemes.Unramified" -> "Schemes(S)" [style=dotted, kind="classifier_leg", id="arr.clf.schemes_unramified"];
  "Sets.Finite" -> Sets [style=dotted, kind="classifier_leg", id="arr.clf.sets.finite"];
  "Sets.Graded" -> Sets [style=dotted, kind="classifier_leg", id="arr.clf.sets.graded"];
  "Sets.Countable" -> Sets [style=dotted, kind="classifier_leg", id="arr.clf.sets_countable"];
  "Sets.Infinite" -> Sets [style=dotted, kind="classifier_leg", id="arr.clf.sets_infinite"];
  "Sets.Uncountable" -> Sets [style=dotted, kind="classifier_leg", id="arr.clf.sets_uncountable"];
  "AbelianGroups = Groups.Commutative" -> "Groups = Magmas.Associative.Unital.Inverse" [kind="full_inclusion", id="arr.dot.abeliangroups__groups"];
  "AdditiveAbelianGroups = AdditiveGroups.Commutative" -> "AdditiveGroups = Magmas.Additive.Associative.Unital.Inverse" [kind="full_inclusion", id="arr.dot.additiveabeliangroups__additivegroups"];
  "AdditiveGroups = Magmas.Additive.Associative.Unital.Inverse" -> "AdditiveMonoids = Magmas.Additive.Associative.Unital" [kind="full_inclusion", id="arr.dot.additivegroups__additivemonoids"];
  "AdditiveMonoids = Magmas.Additive.Associative.Unital" -> "AdditiveSemigroups = Magmas.Additive.Associative" [kind="full_inclusion", id="arr.dot.additivemonoids__additivesemigroups"];
  "AdditiveSemigroups = Magmas.Additive.Associative" -> "Magmas.Additive" [kind="full_inclusion", id="arr.dot.additivesemigroups__magmas_additive"];
  AlgebraicSpaces -> "Schemes(S)" [kind="forgetful", id="arr.dot.algebraicspaces__schemes"];
  AlgebraicStacks -> Stacks [kind="forgetful", id="arr.dot.algebraicstacks__stacks"];
  "Algebras(R)" -> Magmas [kind="forgetful", id="arr.dot.algebras__magmas"];
  "AlgebrasOverField = Algebras.OverField" -> "Algebras(R)" [kind="full_inclusion", id="arr.dot.algebrasoverfield__algebras"];
  "AlgebrasOverField = Algebras.OverField" -> "VectorSpaces(K) = Modules.OverField" [kind="full_inclusion", id="arr.dot.algebrasoverfield__vectorspaces"];
  "Arr(−)" -> CatObject [color="#6a1b9a", kind="construction", id="arr.dot.arr__catobject"];
  ArtinStacks -> AlgebraicStacks [kind="forgetful", id="arr.dot.artinstacks__algebraicstacks"];
  "AssociativeAlgebras = Algebras.Associative" -> "Algebras(R)" [kind="full_inclusion", id="arr.dot.associativealgebras__algebras"];
  "Bialgebras(R)" -> "Coalgebras(R)" [kind="forgetful", id="arr.dot.bialgebras__coalgebras"];
  "Bialgebras(R)" -> "UnitalAlgebras = Algebras.Associative.Unital" [kind="forgetful", id="arr.dot.bialgebras__unitalalgebras"];
  Bicategories -> CatObject [kind="forgetful", id="arr.dot.bicategories__catobject"];
  "Bimodules(R,S)" -> "LeftModules(R)" [kind="forgetful", id="arr.dot.bimodules__leftmodules"];
  "Bimodules(R,S)" -> "RightModules(R)" [kind="forgetful", id="arr.dot.bimodules__rightmodules"];
  Cat_1 -> Cat_2 [kind="forgetful", id="arr.dot.cat_1__cat_2"];
  Cat_2 -> Bicategories [kind="forgetful", id="arr.dot.cat_2__bicategories"];
  "ChainComplexes(C)" -> "NonUnitalDGAs = Algebras.Differential" [kind="forgetful", id="arr.dot.chaincomplexes__nonunitaldgas"];
  ChowGroups -> "AbelianGroups = Groups.Commutative" [color="#6a1b9a", kind="construction", id="arr.dot.chowgroups__abeliangroups"];
  "C∞Algebras(R)" -> "CommAlgebras = UnitalAlgebras.Commutative" [kind="forgetful", id="arr.dot.cinftyalgebras__commalgebras"];
  ClassifyingStacks -> QuotientStacks [kind="forgetful", id="arr.dot.classifyingstacks__quotientstacks"];
  "CliffordAlgebras(R)" -> "UnitalAlgebras = Algebras.Associative.Unital" [kind="forgetful", id="arr.dot.cliffordalgebras__unitalalgebras"];
  "CochainComplexes(C)" -> "NonUnitalDGAs = Algebras.Differential" [kind="forgetful", id="arr.dot.cochaincomplexes__nonunitaldgas"];
  "Coh(X)" -> "Mod(O_X)" [kind="forgetful", id="arr.dot.coh__mod"];
  CohomologyRings -> Homology [color="#6a1b9a", kind="construction", id="arr.dot.cohomologyrings__homology"];
  CohomologyRings -> Rings [color="#6a1b9a", kind="construction", id="arr.dot.cohomologyrings__rings"];
  Comma -> CatObject [color="#6a1b9a", kind="construction", id="arr.dot.comma__catobject"];
  "CommAlgebras = UnitalAlgebras.Commutative" -> "CommRings = Rings.Commutative" [kind="full_inclusion", id="arr.dot.commalgebras__commrings"];
  "CommAlgebras = UnitalAlgebras.Commutative" -> "UnitalAlgebras = Algebras.Associative.Unital" [kind="full_inclusion", id="arr.dot.commalgebras__unitalalgebras"];
  "CompleteIntersections(K)" -> "Varieties(K) = Schemes.Integral.Separated.FiniteType" [kind="forgetful", id="arr.dot.completeintersections__varieties"];
  Cones -> TopologicalSpaces [kind="forgetful", id="arr.dot.cones__topologicalspaces"];
  Coslices -> Comma [color="#6a1b9a", kind="construction", id="arr.dot.coslices__comma"];
  "CountableInfiniteSets = Sets.Countable.Infinite" -> "Sets.Countable" [kind="pullback_projection", id="arr.dot.countableinfinitesets__sets_countable"];
  "CountableInfiniteSets = Sets.Countable.Infinite" -> "Sets.Infinite" [kind="pullback_projection", id="arr.dot.countableinfinitesets__sets_infinite"];
  CoxeterGroups -> "Groups = Magmas.Associative.Unital.Inverse" [kind="forgetful", id="arr.dot.coxetergroups__groups"];
  "Curves(K) = Schemes.RelativeDimension(1)" -> "Varieties(K) = Schemes.Integral.Separated.FiniteType" [kind="full_inclusion", id="arr.dot.curves__varieties"];
  Cycles -> "AbelianGroups = Groups.Commutative" [color="#6a1b9a", kind="construction", id="arr.dot.cycles__abeliangroups"];
  DeligneMumfordStacks -> AlgebraicStacks [kind="forgetful", id="arr.dot.delignemumfordstacks__algebraicstacks"];
  DeligneMumfordStacks -> ArtinStacks [kind="forgetful", id="arr.dot.delignemumfordstacks__artinstacks"];
  DeRhamCohomologyRings -> CohomologyRings [color="#6a1b9a", kind="construction", id="arr.dot.derhamcohomologyrings__cohomologyrings"];
  DeRhamComplexes -> "CochainComplexes(C)" [kind="forgetful", id="arr.dot.derhamcomplexes__cochaincomplexes"];
  DeRhamComplexes -> DiffFormModules [color="#6a1b9a", kind="construction", id="arr.dot.derhamcomplexes__diffformmodules"];
  DescentData -> FibredCategories [color="#6a1b9a", kind="construction", id="arr.dot.descentdata__fibredcategories"];
  "DGAs = UnitalAlgebras.Differential" -> "Algebras(R).Graded" [kind="pullback_projection", id="arr.dot.dgas__algebras_graded"];
  "DGAs = UnitalAlgebras.Differential" -> "NonUnitalDGAs = Algebras.Differential" [kind="full_inclusion", id="arr.dot.dgas__nonunitaldgas"];
  "DGAs = UnitalAlgebras.Differential" -> "UnitalAlgebras = Algebras.Associative.Unital" [kind="full_inclusion", id="arr.dot.dgas__unitalalgebras"];
  DiagramCategories -> FunctorCategories [color="#6a1b9a", kind="construction", id="arr.dot.diagramcategories__functorcategories"];
  DiffFormModules -> "Modules(R)" [color="#6a1b9a", kind="construction", id="arr.dot.diffformmodules__modules"];
  DiffFormModules -> "Sets.Graded" [color="#6a1b9a", kind="construction", id="arr.dot.diffformmodules__sets_graded"];
  "DiscBil = ∫Bil.Symmetric.Nondegenerate.Finite" -> "∫Bil_R(W)" [kind="full_inclusion", id="arr.dot.discbil__int_bil_r"];
  "DiscBil = ∫Bil.Symmetric.Nondegenerate.Finite" -> "Sets.Finite" [kind="pullback_projection", id="arr.dot.discbil__sets_finite"];
  "DiscQuad = ∫Quad.Nondegenerate" -> "∫Quad_R(W)" [kind="full_inclusion", id="arr.dot.discquad__int_quad_r"];
  Div -> "AbelianGroups = Groups.Commutative" [color="#6a1b9a", kind="construction", id="arr.dot.div__abeliangroups"];
  "DivisionRings = Rings.Division" -> "Domains = Rings.Domain" [kind="full_inclusion", id="arr.dot.divisionrings__domains"];
  "DivisionRings = Rings.Division" -> Rings [kind="full_inclusion", id="arr.dot.divisionrings__rings"];
  DualObjects -> "TensorProducts = CatObject.Monoidal" [kind="forgetful", id="arr.dot.dualobjects__tensorproducts"];
  "EuclideanDomains = Rings.Commutative.Euclidean" -> "PIDs = Rings.Commutative.PID" [kind="full_inclusion", id="arr.dot.euclideandomains__pids"];
  "ExteriorAlgebras(R)" -> "Algebras(R).Graded" [kind="pullback_projection", id="arr.dot.exterioralgebras__algebras_graded"];
  "ExteriorAlgebras(R)" -> "UnitalAlgebras = Algebras.Associative.Unital" [kind="forgetful", id="arr.dot.exterioralgebras__unitalalgebras"];
  Fans -> Cones [kind="forgetful", id="arr.dot.fans__cones"];
  FibredCategories -> Cat_1 [color="#6a1b9a", kind="construction", id="arr.dot.fibredcategories__cat_1"];
  Fields -> "DivisionRings = Rings.Division" [kind="forgetful", id="arr.dot.fields__divisionrings"];
  Fields -> "EuclideanDomains = Rings.Commutative.Euclidean" [kind="forgetful", id="arr.dot.fields__euclideandomains"];
  "FinitelyGeneratedGroups = Magmas.Associative.Unital.Inverse.FinitelyGenerated" -> "Groups = Magmas.Associative.Unital.Inverse" [kind="full_inclusion", id="arr.dot.finitelygeneratedgroups__groups"];
  "FinitelyGeneratedModules = Modules.FinitelyGenerated" -> "Modules(R)" [kind="full_inclusion", id="arr.dot.finitelygeneratedmodules__modules"];
  "FinitelyPresentedModules = Modules.FinitelyPresented" -> "FinitelyGeneratedModules = Modules.FinitelyGenerated" [kind="full_inclusion", id="arr.dot.finitelypresentedmodules__finitelygeneratedmodules"];
  "FiniteRankModules = Modules.FiniteRank" -> "Modules(R)" [kind="full_inclusion", id="arr.dot.finiterankmodules__modules"];
  "FreeModules = Modules.Free" -> "Modules(R)" [kind="full_inclusion", id="arr.dot.freemodules__modules"];
  "FreeModules = Modules.Free" -> "ProjectiveModules = Modules.Projective" [kind="full_inclusion", id="arr.dot.freemodules__projectivemodules"];
  FunctorCategories -> HomCategories [color="#6a1b9a", kind="construction", id="arr.dot.functorcategories__homcategories"];
  "G-Objects(G)" -> CatObject [kind="forgetful", id="arr.dot.g_objects__catobject"];
  "G-Objects(G)" -> "Groups = Magmas.Associative.Unital.Inverse" [kind="forgetful", id="arr.dot.g_objects__groups"];
  "GCDDomains = Rings.Commutative.GCDDomain" -> "IntegralDomains = Domains.Commutative" [kind="full_inclusion", id="arr.dot.gcddomains__integraldomains"];
  Genera -> "Sets.Finite" [color="#6a1b9a", kind="construction", id="arr.dot.genera__sets_finite"];
  Graphs -> CatObject [kind="forgetful", id="arr.dot.graphs__catobject"];
  GroupoidObjects -> CatObject [color="#6a1b9a", kind="construction", id="arr.dot.groupoidobjects__catobject"];
  GroupoidObjects -> Groupoids [color="#6a1b9a", kind="construction", id="arr.dot.groupoidobjects__groupoids"];
  Groupoids -> Cat_1 [kind="forgetful", id="arr.dot.groupoids__cat_1"];
  HodgeStructures -> "AdditiveAbelianGroups = AdditiveGroups.Commutative" [kind="forgetful", id="arr.dot.hodgestructures__additiveabeliangroups"];
  HomCategories -> CatObject [color="#6a1b9a", kind="construction", id="arr.dot.homcategories__catobject"];
  Homology -> "DGAs = UnitalAlgebras.Differential" [kind="forgetful", id="arr.dot.homology__dgas"];
  Homology -> "Modules(R)" [kind="forgetful", id="arr.dot.homology__modules"];
  Homsets -> HomCategories [kind="forgetful", id="arr.dot.homsets__homcategories"];
  Homsets -> Sets [kind="forgetful", id="arr.dot.homsets__sets"];
  "Hypersurfaces(K)" -> "Varieties(K) = Schemes.Integral.Separated.FiniteType" [kind="forgetful", id="arr.dot.hypersurfaces__varieties"];
  IncidenceCategories -> Cat_1 [kind="forgetful", id="arr.dot.incidencecategories__cat_1"];
  "∫Bil_R(W)" -> "∫Hom_R(−,W)" [kind="forgetful", id="arr.dot.int_bil_r__int_hom_r"];
  "∫Herm_R(W)" -> "∫Hom_R(−,W)" [kind="forgetful", id="arr.dot.int_herm_r__int_hom_r"];
  "∫Hom_R(−,W)" -> "Modules(R)" [kind="forgetful", id="arr.dot.int_hom_r__modules"];
  "∫Quad_R(W)" -> "∫Hom_R(−,W)" [kind="forgetful", id="arr.dot.int_quad_r__int_hom_r"];
  "IntegralDomains = Domains.Commutative" -> "CommRings = Rings.Commutative" [kind="full_inclusion", id="arr.dot.integraldomains__commrings"];
  "IntegralDomains = Domains.Commutative" -> "Domains = Rings.Domain" [kind="full_inclusion", id="arr.dot.integraldomains__domains"];
  IsometryGroups -> LatticeHomsets [color="#6a1b9a", kind="construction", id="arr.dot.isometrygroups__latticehomsets"];
  IsometryGroups -> OrthogonalGroups [color="#6a1b9a", kind="construction", id="arr.dot.isometrygroups__orthogonalgroups"];
  IsomorphicObjects -> "Arr(−)" [color="#6a1b9a", kind="construction", id="arr.dot.isomorphicobjects__arr"];
  "Lat_R = ∫Bil_R(R).Symmetric.Nondegenerate" -> "∫Bil_R(W)" [kind="full_inclusion", id="arr.dot.lat_r__int_bil_r"];
  "Lat_R = ∫Bil_R(R).Symmetric.Nondegenerate" -> "ProjectiveModules = Modules.Projective" [kind="full_inclusion", id="arr.dot.lat_r__projectivemodules"];
  LatticeHomsets -> Homsets [kind="forgetful", id="arr.dot.latticehomsets__homsets"];
  LatticeHomsets -> "Lat_R = ∫Bil_R(R).Symmetric.Nondegenerate" [kind="forgetful", id="arr.dot.latticehomsets__lat_r"];
  LatticePolytopes -> Polyhedra [kind="forgetful", id="arr.dot.latticepolytopes__polyhedra"];
  LocallyRingedSpaces -> RingedSpaces [kind="forgetful", id="arr.dot.locallyringedspaces__ringedspaces"];
  Manifolds -> RingedSpaces [kind="forgetful", id="arr.dot.manifolds__ringedspaces"];
  Manifolds -> TopologicalSpaces [kind="forgetful", id="arr.dot.manifolds__topologicalspaces"];
  "Manifolds.Smooth" -> "Varieties(K) = Schemes.Integral.Separated.FiniteType" [color="#6a1b9a", kind="construction", id="arr.dot.manifolds_smooth__varieties"];
  MetricSpaces -> TopologicalSpaces [kind="forgetful", id="arr.dot.metricspaces__topologicalspaces"];
  "Mod(O_X)" -> "Modules(R)" [kind="forgetful", id="arr.dot.mod__modules"];
  "Mod(O_X)" -> RingedSites [kind="forgetful", id="arr.dot.mod__ringedsites"];
  "Mod(O_X)" -> RingedSpaces [kind="forgetful", id="arr.dot.mod__ringedspaces"];
  "Modules(R)" -> "AdditiveAbelianGroups = AdditiveGroups.Commutative" [kind="forgetful", id="arr.dot.modules__additiveabeliangroups"];
  "ModulesWithBasis = Bimodules(R,R).WithBasis" -> "FreeModules = Modules.Free" [kind="full_inclusion", id="arr.dot.moduleswithbasis__freemodules"];
  "ModulesWithGenerators = Modules.WithGenerators" -> "Modules(R)" [kind="full_inclusion", id="arr.dot.moduleswithgenerators__modules"];
  "NoetherianCommRings = Rings.Commutative.Noetherian" -> "CommRings = Rings.Commutative" [kind="full_inclusion", id="arr.dot.noetheriancommrings__commrings"];
  "NonUnitalDGAs = Algebras.Differential" -> "Algebras(R)" [kind="full_inclusion", id="arr.dot.nonunitaldgas__algebras"];
  "NonUnitalDGAs = Algebras.Differential" -> "Algebras(R).Graded" [kind="pullback_projection", id="arr.dot.nonunitaldgas__algebras_graded"];
  NS -> "AbelianGroups = Groups.Commutative" [color="#6a1b9a", kind="construction", id="arr.dot.ns__abeliangroups"];
  NS -> "Lat_R = ∫Bil_R(R).Symmetric.Nondegenerate" [color="#6a1b9a", kind="construction", id="arr.dot.ns__lat_r"];
  "(−)^op" -> CatObject [color="#6a1b9a", kind="construction", id="arr.dot.op__catobject"];
  OrthogonalGroups -> "Groups = Magmas.Associative.Unital.Inverse" [color="#6a1b9a", kind="construction", id="arr.dot.orthogonalgroups__groups"];
  OrthogonalGroups -> "∫Bil_R(W)" [color="#6a1b9a", kind="construction", id="arr.dot.orthogonalgroups__int_bil_r"];
  Pic -> "AbelianGroups = Groups.Commutative" [color="#6a1b9a", kind="construction", id="arr.dot.pic__abeliangroups"];
  "PIDs = Rings.Commutative.PID" -> "UFDs = Rings.Commutative.UFD" [kind="full_inclusion", id="arr.dot.pids__ufds"];
  Polyhedra -> TopologicalSpaces [kind="forgetful", id="arr.dot.polyhedra__topologicalspaces"];
  Posets -> "CatObject.Thin" [kind="pullback_projection", id="arr.dot.posets__catobject_thin"];
  Presheaves -> FunctorCategories [kind="forgetful", id="arr.dot.presheaves__functorcategories"];
  Prestacks -> FibredCategories [kind="forgetful", id="arr.dot.prestacks__fibredcategories"];
  "ProjectiveModules = Modules.Projective" -> "Modules(R)" [kind="full_inclusion", id="arr.dot.projectivemodules__modules"];
  "QCoh(X)" -> "Mod(O_X)" [kind="forgetful", id="arr.dot.qcoh__mod"];
  Quotients -> Coslices [color="#6a1b9a", kind="construction", id="arr.dot.quotients__coslices"];
  QuotientStacks -> AlgebraicStacks [kind="forgetful", id="arr.dot.quotientstacks__algebraicstacks"];
  QuotientStacks -> "G-Objects(G)" [kind="forgetful", id="arr.dot.quotientstacks__g_objects"];
  QuotientStacks -> GroupoidObjects [kind="forgetful", id="arr.dot.quotientstacks__groupoidobjects"];
  ReflectionGroups -> "Groups = Magmas.Associative.Unital.Inverse" [kind="forgetful", id="arr.dot.reflectiongroups__groups"];
  "RightModules(R)" -> "AdditiveAbelianGroups = AdditiveGroups.Commutative" [kind="forgetful", id="arr.dot.rightmodules__additiveabeliangroups"];
  RingedSites -> Sites [kind="forgetful", id="arr.dot.ringedsites__sites"];
  RingedSpaces -> TopologicalSpaces [kind="forgetful", id="arr.dot.ringedspaces__topologicalspaces"];
  RingedTopoi -> Topoi [kind="forgetful", id="arr.dot.ringedtopoi__topoi"];
  Rings -> Rngs [kind="forgetful", id="arr.dot.rings__rngs"];
  Rings -> Semirings [kind="forgetful", id="arr.dot.rings__semirings"];
  Rngs -> "AdditiveAbelianGroups = AdditiveGroups.Commutative" [kind="forgetful", id="arr.dot.rngs__additiveabeliangroups"];
  Rngs -> "Semigroups = Magmas.Associative" [kind="forgetful", id="arr.dot.rngs__semigroups"];
  RootLattices -> "Lat_R = ∫Bil_R(R).Symmetric.Nondegenerate" [kind="forgetful", id="arr.dot.rootlattices__lat_r"];
  RootSystems -> Cones [kind="forgetful", id="arr.dot.rootsystems__cones"];
  "Schemes(S)" -> AlgebraicStacks [kind="forgetful", id="arr.dot.schemes__algebraicstacks"];
  "Schemes(S)" -> LocallyRingedSpaces [kind="forgetful", id="arr.dot.schemes__locallyringedspaces"];
  Semirings -> "AdditiveMonoids = Magmas.Additive.Associative.Unital" [kind="forgetful", id="arr.dot.semirings__additivemonoids"];
  Semirings -> "Monoids = Magmas.Associative.Unital" [kind="forgetful", id="arr.dot.semirings__monoids"];
  Sheaves -> Presheaves [kind="full_inclusion", id="arr.dot.sheaves__presheaves"];
  Sites -> Cat_1 [kind="forgetful", id="arr.dot.sites__cat_1"];
  Slices -> Comma [color="#6a1b9a", kind="construction", id="arr.dot.slices__comma"];
  SpecializationPosets -> Posets [kind="forgetful", id="arr.dot.specializationposets__posets"];
  StableGraphs -> Graphs [kind="forgetful", id="arr.dot.stablegraphs__graphs"];
  StableGraphs -> StratifiedSpaces [kind="forgetful", id="arr.dot.stablegraphs__stratifiedspaces"];
  Stacks -> Prestacks [kind="full_inclusion", id="arr.dot.stacks__prestacks"];
  StratifiedSpaces -> DeligneMumfordStacks [kind="forgetful", id="arr.dot.stratifiedspaces__delignemumfordstacks"];
  StratifiedSpaces -> SpecializationPosets [color="#6a1b9a", kind="construction", id="arr.dot.stratifiedspaces__specializationposets"];
  StratifiedSpaces -> TopologicalSpaces [kind="forgetful", id="arr.dot.stratifiedspaces__topologicalspaces"];
  Subobjects -> Slices [color="#6a1b9a", kind="construction", id="arr.dot.subobjects__slices"];
  Subquotients -> Quotients [color="#6a1b9a", kind="construction", id="arr.dot.subquotients__quotients"];
  Subquotients -> Subobjects [color="#6a1b9a", kind="construction", id="arr.dot.subquotients__subobjects"];
  "Surfaces(K) = Schemes.RelativeDimension(2)" -> "Varieties(K) = Schemes.Integral.Separated.FiniteType" [kind="full_inclusion", id="arr.dot.surfaces__varieties"];
  "SymmetricAlgebras(R)" -> "CommAlgebras = UnitalAlgebras.Commutative" [kind="forgetful", id="arr.dot.symmetricalgebras__commalgebras"];
  "TensorAlgebras(R)" -> "UnitalAlgebras = Algebras.Associative.Unital" [kind="forgetful", id="arr.dot.tensoralgebras__unitalalgebras"];
  TensorFieldModules -> "C∞Algebras(R)" [color="#6a1b9a", kind="construction", id="arr.dot.tensorfieldmodules__cinftyalgebras"];
  TensorFieldModules -> "Modules(R)" [color="#6a1b9a", kind="construction", id="arr.dot.tensorfieldmodules__modules"];
  "TensorProducts = CatObject.Monoidal" -> CatObject [kind="full_inclusion", id="arr.dot.tensorproducts__catobject"];
  Topoi -> Sheaves [kind="forgetful", id="arr.dot.topoi__sheaves"];
  TopologicalSpaces -> Sets [kind="forgetful", id="arr.dot.topologicalspaces__sets"];
  "ToricVarieties(K)" -> "Varieties(K) = Schemes.Integral.Separated.FiniteType" [kind="forgetful", id="arr.dot.toricvarieties__varieties"];
  Torsors -> "G-Objects(G)" [color="#6a1b9a", kind="construction", id="arr.dot.torsors__g_objects"];
  "UFDs = Rings.Commutative.UFD" -> "GCDDomains = Rings.Commutative.GCDDomain" [kind="full_inclusion", id="arr.dot.ufds__gcddomains"];
  "UnitalAlgebras = Algebras.Associative.Unital" -> "AssociativeAlgebras = Algebras.Associative" [kind="full_inclusion", id="arr.dot.unitalalgebras__associativealgebras"];
  "Varieties(K) = Schemes.Integral.Separated.FiniteType" -> "Schemes(S)" [kind="full_inclusion", id="arr.dot.varieties__schemes"];
  VectorFieldModules -> "C∞Algebras(R)" [color="#6a1b9a", kind="construction", id="arr.dot.vectorfieldmodules__cinftyalgebras"];
  VectorFieldModules -> "Modules(R)" [color="#6a1b9a", kind="construction", id="arr.dot.vectorfieldmodules__modules"];
  "VectorSpaces(K) = Modules.OverField" -> "Modules(R)" [kind="full_inclusion", id="arr.dot.vectorspaces__modules"];
  "VectorSpacesWithBasis = VectorSpaces.WithBasis" -> "ModulesWithBasis = Bimodules(R,R).WithBasis" [kind="full_inclusion", id="arr.dot.vectorspaceswithbasis__moduleswithbasis"];
  "VectorSpacesWithBasis = VectorSpaces.WithBasis" -> "VectorSpaces(K) = Modules.OverField" [kind="full_inclusion", id="arr.dot.vectorspaceswithbasis__vectorspaces"];
  WeylGroups -> ReflectionGroups [kind="forgetful", id="arr.dot.weylgroups__reflectiongroups"];
  Magmas -> Sets [kind="forgetful", id="arr.fun.magmas_to_sets"];
  Sets -> CatObject [kind="forgetful", id="arr.fun.sets_to_cat_object"];
  Fields -> Rings [kind="full_inclusion", id="arr.incl.fields_to_rings"];
  "Groups = Magmas.Associative.Unital.Inverse" -> "Monoids = Magmas.Associative.Unital" [kind="full_inclusion", id="arr.incl.groups_to_monoids"];
  "Monoids = Magmas.Associative.Unital" -> "Semigroups = Magmas.Associative" [kind="full_inclusion", id="arr.incl.monoids_to_semigroups"];
  "Semigroups = Magmas.Associative" -> Magmas [kind="full_inclusion", id="arr.incl.semigroups_to_magmas"];
  WeylGroups -> CoxeterGroups [kind="full_inclusion", id="arr.incl.weyl_to_coxeter"];
  "Algebras(R)" -> Rings [style=dashed,color="#e65100", kind="parameter_dependency", id="arr.param.algebras_r_base_ring"];
  "Modules(R)" -> Rings [style=dashed,color="#e65100", kind="parameter_dependency", id="arr.param.modules_r_base_ring"];
  "VectorSpaces(K) = Modules.OverField" -> Fields [style=dashed,color="#e65100", kind="parameter_dependency", id="arr.param.vector_spaces_field"];
  "CommRings = Rings.Commutative" -> Rings [kind="pullback_projection", id="arr.pb.comm_rings_to_rings"];
  "FiniteFields = Fields.Finite" -> Fields [kind="pullback_projection", id="arr.pb.finite_fields_to_fields"];
  "FiniteFields = Fields.Finite" -> "Sets.Finite" [kind="pullback_projection", id="arr.pb.finite_fields_to_sets_finite"];
  "FiniteRings = Rings.Finite" -> Rings [kind="pullback_projection", id="arr.pb.finite_rings_to_rings"];
  "FiniteRings = Rings.Finite" -> "Sets.Finite" [kind="pullback_projection", id="arr.pb.finite_rings_to_sets_finite"];
  "Lat.Hyperbolic" -> "Lat.Indefinite" [style=dashed, kind="theorem_inclusion", id="arr.thm.lat_hyperbolic_implies_indefinite"];
  "Lat.NegativeDefinite" -> "Lat.Definite" [style=dashed, kind="theorem_inclusion", id="arr.thm.lat_negative_definite"];
  "Lat.PositiveDefinite" -> "Lat.Definite" [style=dashed, kind="theorem_inclusion", id="arr.thm.lat_positive_definite"];
  "Sets.Finite" -> "Sets.Countable" [style=dashed, kind="theorem_inclusion", id="arr.thm.sets_finite_implies_countable"];
  "Sets.Uncountable" -> "Sets.Infinite" [style=dashed, kind="theorem_inclusion", id="arr.thm.sets_uncountable_implies_infinite"];
  "AdditiveGroups = Magmas.Additive.Associative.Unital.Inverse" -> "Magmas.Additive" [kind="forgetful", id="fun.additive_groups_to_additive_magmas"];
  "Algebras(R)" -> "Modules(R)" [kind="forgetful", id="fun.algebras_to_modules"];
  "Algebras(R)" -> Sets [kind="forgetful", id="fun.algebras_to_sets"];
  "Bialgebras(R)" -> "Algebras(R)" [kind="forgetful", id="fun.bialgebras_to_algebras"];
  "Coalgebras(R)" -> "Modules(R)" [kind="forgetful", id="fun.coalgebras_to_modules"];
  "Domains = Rings.Domain" -> Rings [kind="full_inclusion", id="fun.domains_to_rings"];
  Fields -> Sets [kind="forgetful", id="fun.fields_to_sets"];
  "Groups = Magmas.Associative.Unital.Inverse" -> Magmas [kind="forgetful", id="fun.groups_to_magmas"];
  "HopfAlgebras(R)" -> "Bialgebras(R)" [kind="forgetful", id="fun.hopf_to_bialgebras"];
  "IntegralDomains = Domains.Commutative" -> Fields [kind="forgetful", id="fun.integral_domains_to_fields"];
  "LieAlgebras(R)" -> "Algebras(R)" [kind="forgetful", id="fun.lie_to_algebras"];
  Manifolds -> Sets [kind="forgetful", id="fun.manifolds_to_sets"];
  MetricSpaces -> Sets [kind="forgetful", id="fun.metricspaces_to_sets"];
  "Modules(R)" -> Sets [kind="forgetful", id="fun.modules_to_sets"];
  Posets -> Sets [kind="forgetful", id="fun.posets_to_sets"];
  Rings -> Magmas [kind="forgetful", id="fun.rings_to_multiplicative_magmas"];
  Rings -> Sets [kind="forgetful", id="fun.rings_to_sets"];
  "UnitalAlgebras = Algebras.Associative.Unital" -> Magmas [kind="forgetful", id="fun.unital_algebras_to_magmas"];
  "Magmas.Additive" -> Magmas [kind="full_inclusion", id="arr.incl.additive_magmas_to_magmas"];
  "AdditiveGroups = Magmas.Additive.Associative.Unital.Inverse" -> Magmas [kind="forgetful", id="fun.additive_groups_to_magmas"];
  "Bimodules(R,R)" -> "Bimodules(R,S)" [kind="full_inclusion", id="arr.dot.bimodulesdiagonal__bimodules"];
  "Algebras(R)" -> "Bimodules(R,R)" [kind="forgetful", id="fun.algebras_to_bimodules"];
  "Bimodules(K,K) = Bimodules(R,R).OverField" -> "Bimodules(R,R)" [kind="full_inclusion", id="arr.dot.bimodulesfield__bimodulesdiagonal"];
  "VectorSpaces(K) = Modules.OverField" -> "Bimodules(K,K) = Bimodules(R,R).OverField" [kind="full_inclusion", id="fun.vectorspaces_central_section"];
  "AlgebrasOverField = Algebras.OverField" -> "Bimodules(K,K) = Bimodules(R,R).OverField" [kind="forgetful", id="fun.algebras_over_field_to_bimodules"];
  Sets -> "Monoids = Magmas.Associative.Unital" [kind="left_adjoint", id="fun.free.monoid"];
  Sets -> "Groups = Magmas.Associative.Unital.Inverse" [kind="left_adjoint", id="fun.free.group"];
  Sets -> "AdditiveAbelianGroups = AdditiveGroups.Commutative" [kind="left_adjoint", id="fun.free.abelian_group"];
  Sets -> "Modules(R)" [kind="left_adjoint", id="fun.free.module_r"];
  "Modules(R)" -> "UnitalAlgebras = Algebras.Associative.Unital" [kind="left_adjoint", id="fun.tensor_algebra"];
  Sets -> "UnitalAlgebras = Algebras.Associative.Unital" [kind="left_adjoint", id="fun.free.associative_algebra_set"];
  "Modules(R)" -> "CommAlgebras = UnitalAlgebras.Commutative" [kind="left_adjoint", id="fun.symmetric_algebra"];
  Sets -> "CommAlgebras = UnitalAlgebras.Commutative" [kind="left_adjoint", id="fun.free.commutative_algebra_set"];
  "Monoids = Magmas.Associative.Unital" -> "Bialgebras(R)" [kind="left_adjoint", id="fun.monoid_algebra"];
  "Groups = Magmas.Associative.Unital.Inverse" -> "HopfAlgebras(R)" [kind="left_adjoint", id="fun.group_algebra"];
  "Bialgebras(R)" -> "Monoids = Magmas.Associative.Unital" [kind="right_adjoint", id="fun.grouplike_elements"];
  "HopfAlgebras(R)" -> "Groups = Magmas.Associative.Unital.Inverse" [kind="right_adjoint", id="fun.grouplike_elements_hopf"];
  "BiAct(R,S)" -> "Modules(R)" [kind="pullback_projection", id="arr.proj.biact__modules"];
  "BiAct(R,S)" -> "RightModules(R)" [kind="pullback_projection", id="arr.proj.biact__rightmodules"];
  "Bimodules(R,S)" -> "BiAct(R,S)" [style=dotted, kind="classifier_leg", id="arr.clf.biact.commutation"];
  "BasisFrame_n(R)" -> "GenFrame_n(R)" [kind="full_inclusion", id="arr.frame.basisframe__genframe"];
  "BasisFrame_n(R)" -> "Coord_n(R)" [kind="forgetful", id="arr.frame.basisframe__coord"];
  "GenFrame_n(R)" -> "Modules(R)" [kind="forgetful", id="arr.frame.genframe__modules"];
  "Coord_n(R)" -> "Modules(R)" [kind="forgetful", id="arr.frame.coord__modules"];
  "SymMat_n(R)" -> "Bil^coord_n(R) = Bil x^h_{R-Mod} Coord_n(R)" [color="#6a1b9a", kind="construction", id="fun.gram_n"];
  "Bil^coord_n(R) = Bil x^h_{R-Mod} Coord_n(R)" -> "∫Bil_R(W)" [kind="pullback_projection", id="arr.proj.bil_coord__int_bil"];
  "Bil^coord_n(R) = Bil x^h_{R-Mod} Coord_n(R)" -> "Coord_n(R)" [kind="pullback_projection", id="arr.proj.bil_coord__coord"];
  EmbeddedRootRealizations -> RootBasis_Gamma [kind="forgetful", id="arr.root.embedded__rootbasis_gamma"];
  RootBasis_Gamma -> RootBasis_S [kind="full_inclusion", id="arr.root.rootbasis_gamma__rootbasis_s"];
  RootBasis_S -> RootFrame_S [kind="full_inclusion", id="arr.root.rootbasis_s__rootframe_s"];
  RootFrame_S -> "Lat_R = ∫Bil_R(R).Symmetric.Nondegenerate" [kind="forgetful", id="arr.root.rootframe_s__lat"];
  "CatObject.Preadditive" -> CatObject [style=dotted, kind="classifier_leg", id="arr.clf.catobject_preadditive"];
  "CatObject.Additive" -> CatObject [style=dotted, kind="classifier_leg", id="arr.clf.catobject_additive"];
  "CatObject.Abelian" -> CatObject [style=dotted, kind="classifier_leg", id="arr.clf.catobject_abelian"];
  Presheaves -> Sheaves [kind="left_adjoint", id="fun.sheafification"];
  Prestacks -> Stacks [kind="left_adjoint", id="fun.stackification"];
+   "Alg_O(V)" -> AdmissibleOperadicAmbients [kind="right_adjoint", id="fun.operadic_forgetful"];
+   AdmissibleOperadicAmbients -> "Alg_O(V)" [kind="left_adjoint", id="fun.free_operadic_algebra"];
}
